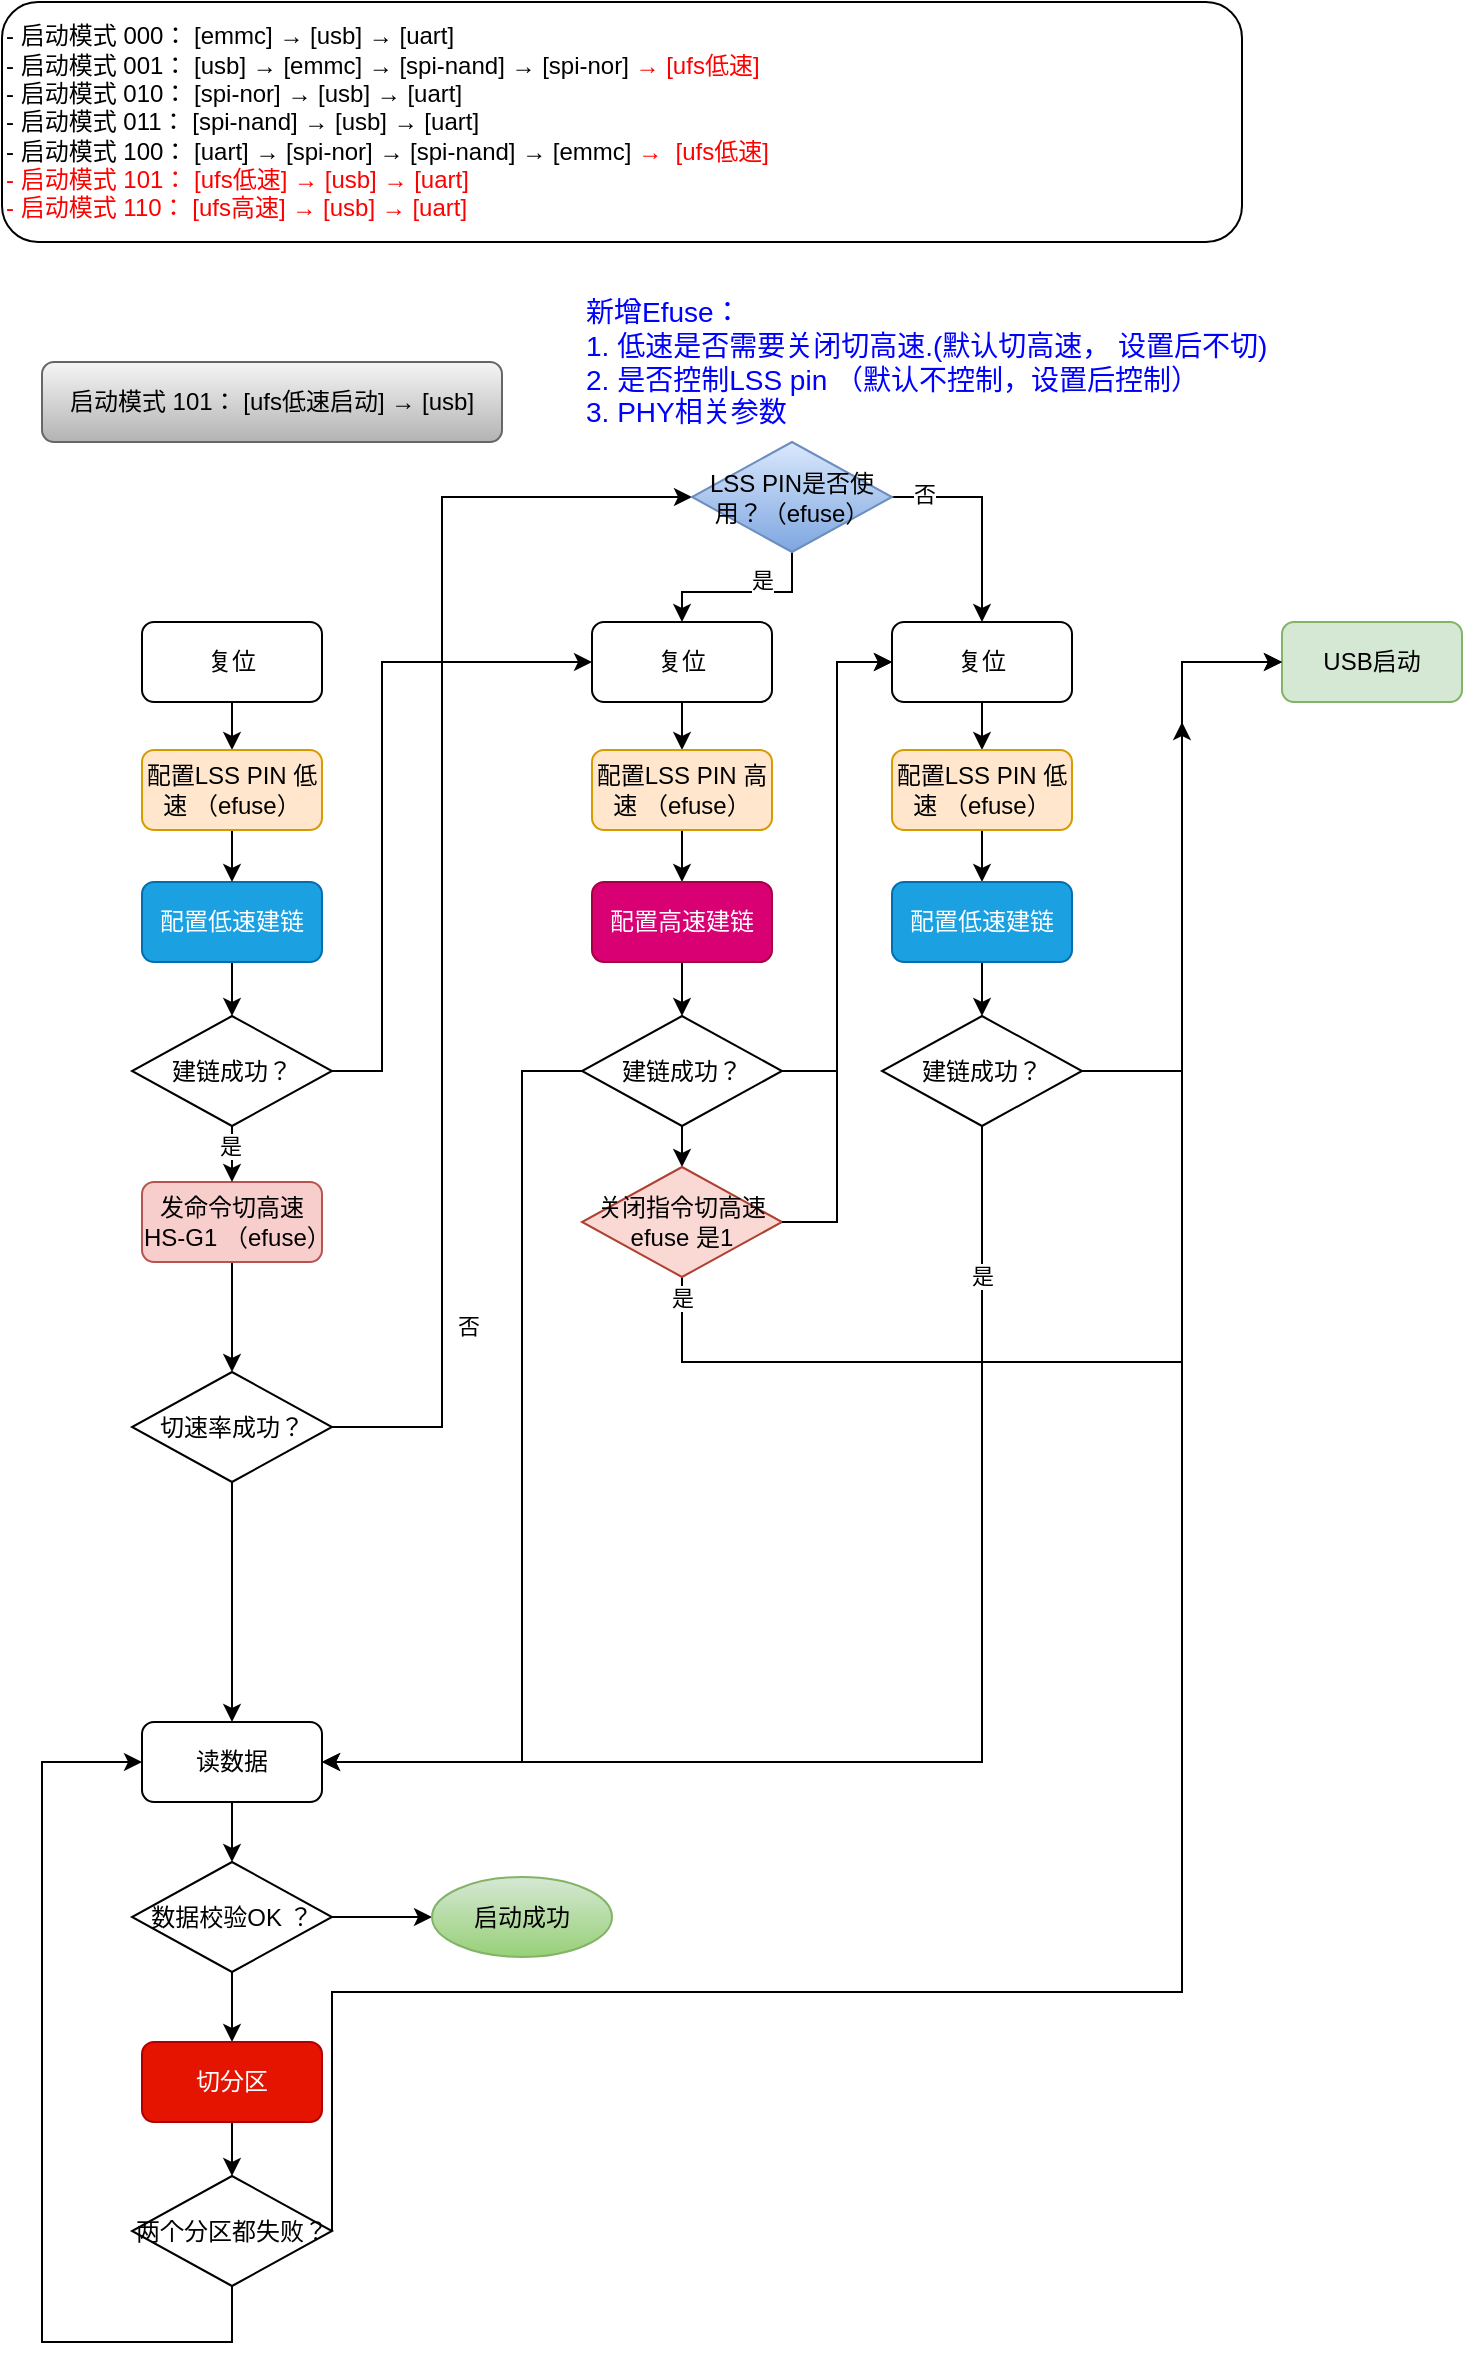
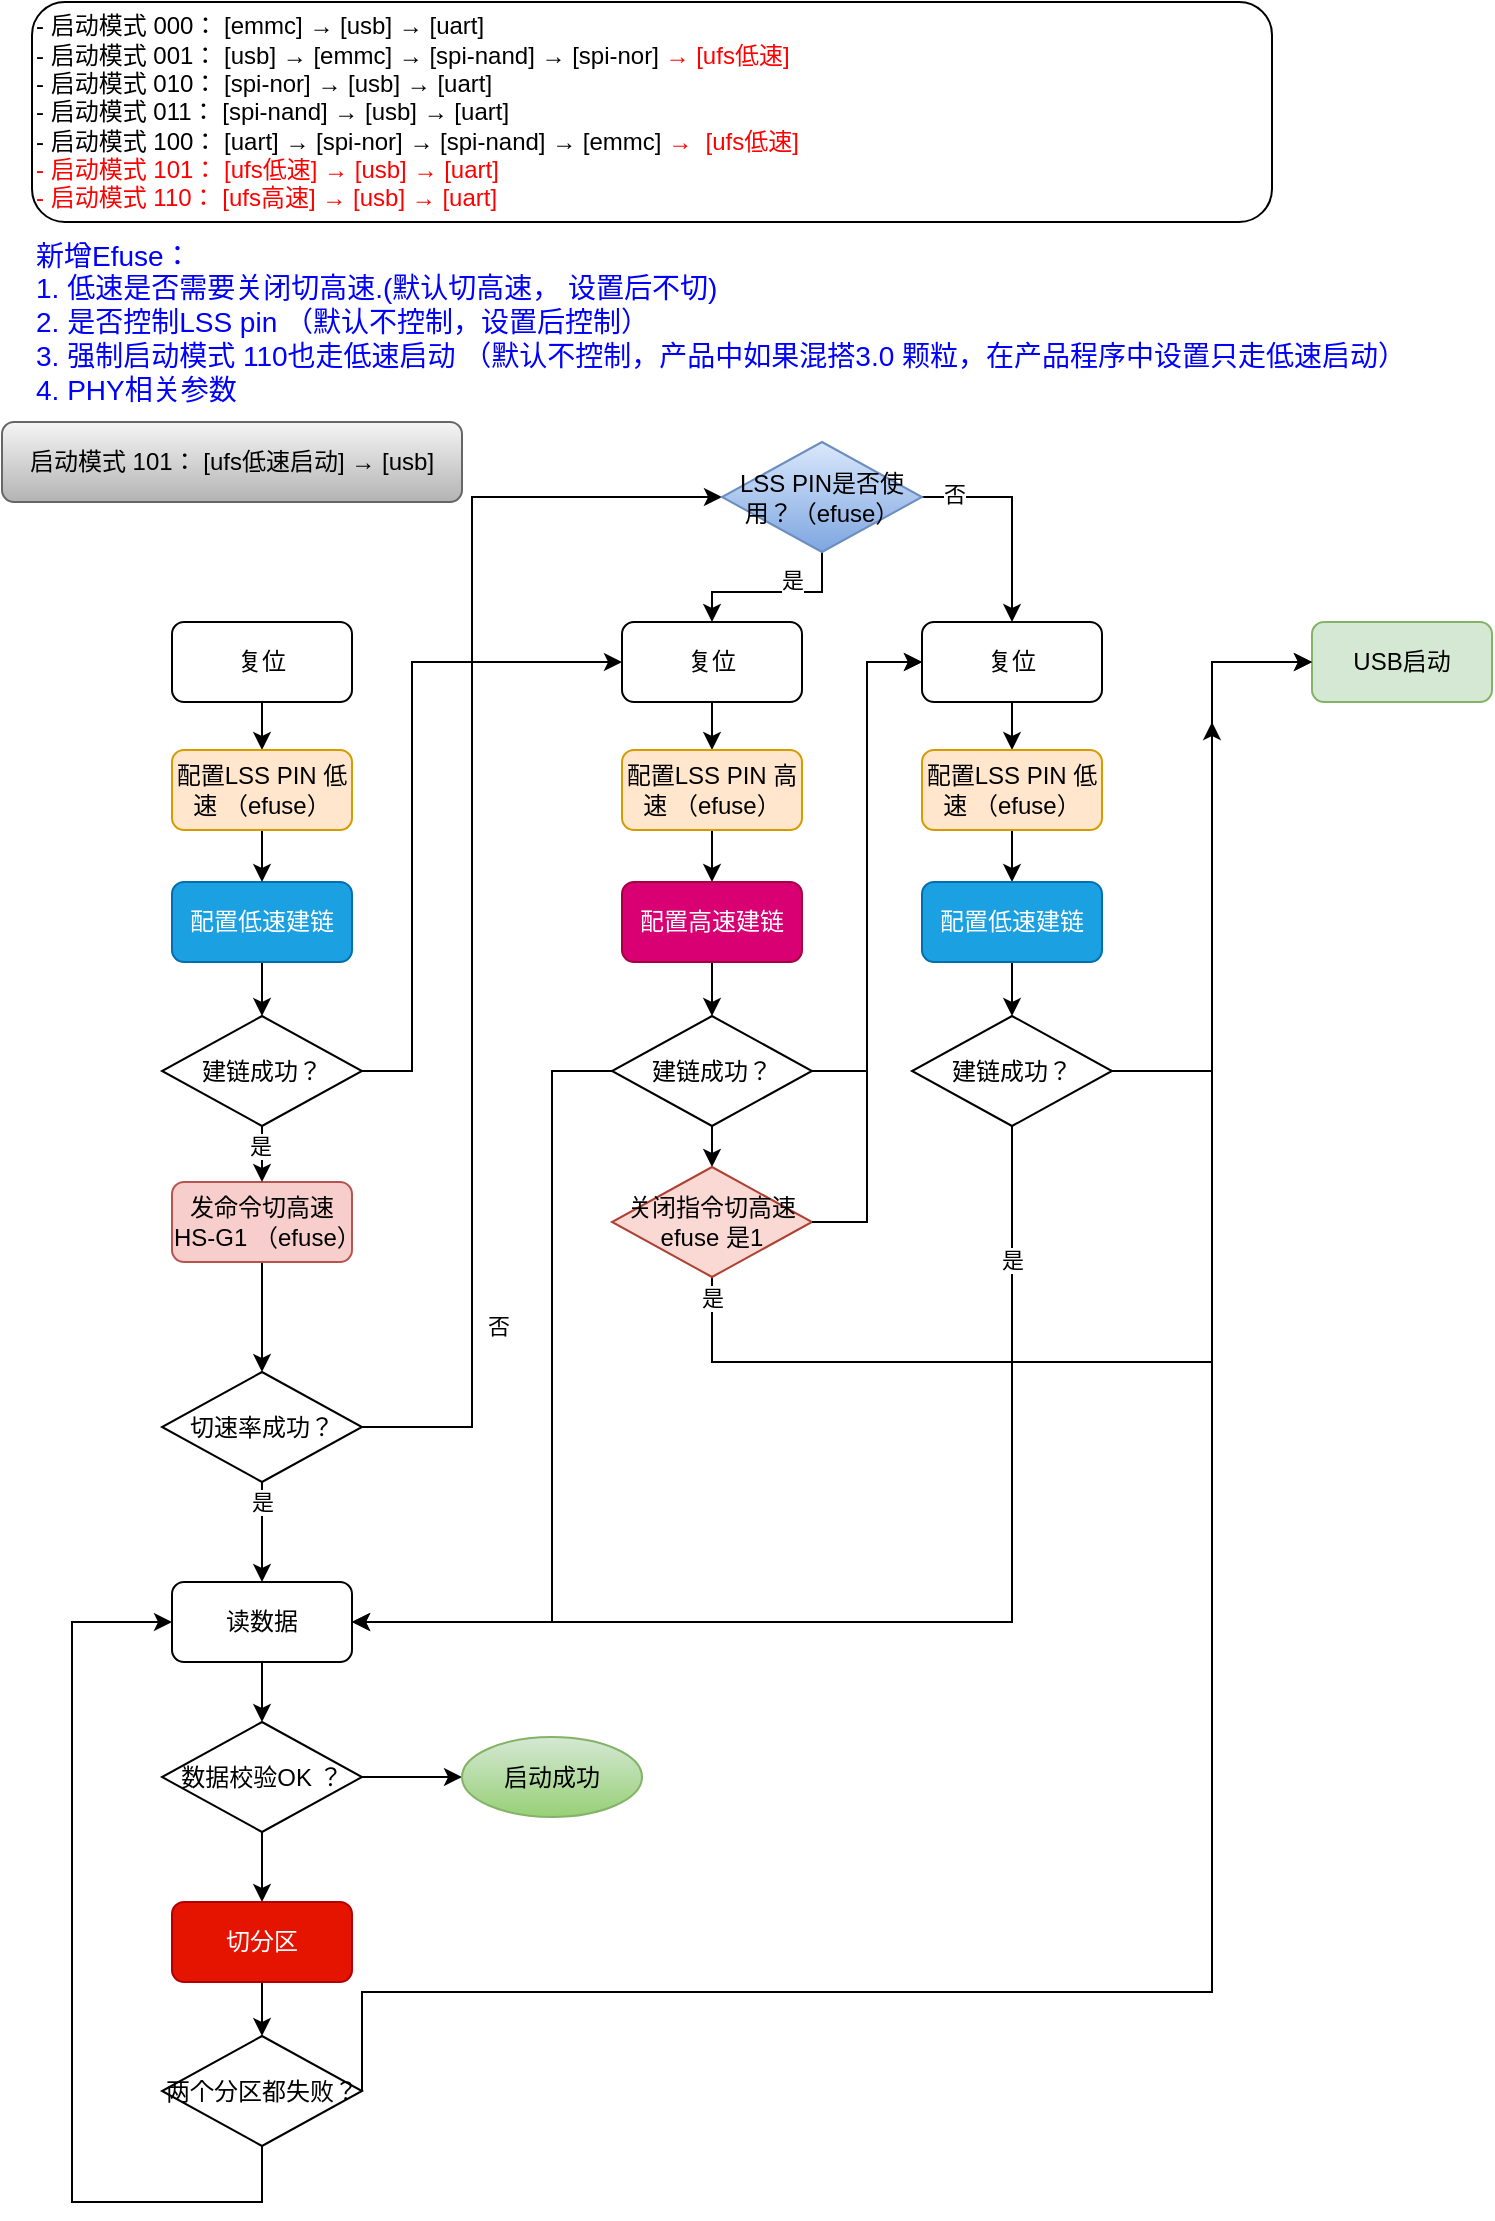
<mxfile host="app.diagrams.net" pages="3">
  <diagram name="第 1 页" id="G7MmgVwn_JN6exUAJ0xq">
    <mxGraphModel dx="1306" dy="677" grid="1" gridSize="10" guides="1" tooltips="1" connect="1" arrows="1" fold="1" page="1" pageScale="1" pageWidth="827" pageHeight="1169" math="0" shadow="0">
      <root>
        <mxCell id="0" />
        <mxCell id="1" parent="0" />
        <mxCell id="rA-qTAb89klGYPX6EJBB-1" parent="1" style="rounded=1;whiteSpace=wrap;html=1;align=left;" value="&lt;div&gt;-&amp;nbsp;&lt;span style=&quot;background-color: transparent; color: light-dark(rgb(0, 0, 0), rgb(255, 255, 255));&quot;&gt;启动模式&amp;nbsp;&lt;/span&gt;&lt;span style=&quot;background-color: transparent; color: light-dark(rgb(0, 0, 0), rgb(255, 255, 255));&quot;&gt;000： [emmc] → [usb] → [uart]&lt;/span&gt;&lt;/div&gt;&lt;div&gt;- 启动模式 001： [usb] → [emmc] → [spi-nand] → [spi-nor]&amp;nbsp;&lt;span style=&quot;background-color: transparent;&quot;&gt;&lt;font style=&quot;color: light-dark(rgb(255, 0, 0), rgb(255, 255, 255));&quot;&gt;→ [ufs低速]&lt;/font&gt;&lt;/span&gt;&lt;span style=&quot;background-color: transparent; color: light-dark(rgb(0, 0, 0), rgb(255, 255, 255));&quot;&gt;&amp;nbsp;&lt;/span&gt;&lt;span style=&quot;background-color: transparent; color: light-dark(rgb(0, 0, 0), rgb(255, 255, 255));&quot;&gt;&amp;nbsp;&lt;/span&gt;&lt;/div&gt;&lt;div&gt;- 启动模式 010： [spi-nor] → [usb] → [uart]&lt;/div&gt;&lt;div&gt;- 启动模式 011： [spi-nand] → [usb] → [uart]&lt;/div&gt;&lt;div&gt;- 启动模式 100： [uart] → [spi-nor] → [spi-nand] → [emmc]&amp;nbsp;&lt;font style=&quot;color: light-dark(rgb(255, 0, 0), rgb(255, 255, 255));&quot;&gt;&lt;span style=&quot;background-color: transparent;&quot;&gt;→&lt;/span&gt;&lt;span style=&quot;background-color: transparent;&quot;&gt;&amp;nbsp;&lt;/span&gt;&lt;span style=&quot;background-color: transparent;&quot;&gt;&amp;nbsp;&lt;/span&gt;&lt;span style=&quot;background-color: transparent;&quot;&gt;[ufs低速]&lt;/span&gt;&lt;/font&gt;&lt;span style=&quot;background-color: transparent; color: light-dark(rgb(0, 0, 0), rgb(255, 255, 255));&quot;&gt;&amp;nbsp;&lt;/span&gt;&lt;/div&gt;&lt;div&gt;&lt;font style=&quot;color: light-dark(rgb(255, 0, 0), rgb(255, 255, 255));&quot;&gt;- 启动模式 101： [ufs低速] &lt;span style=&quot;background-color: transparent;&quot;&gt;→&amp;nbsp;&lt;/span&gt;&lt;span style=&quot;background-color: transparent;&quot;&gt;[usb]&lt;/span&gt;&lt;span style=&quot;background-color: transparent;&quot;&gt; &lt;/span&gt;&lt;span style=&quot;background-color: transparent;&quot;&gt;→ [uart]&lt;/span&gt;&lt;/font&gt;&lt;/div&gt;&lt;div&gt;&lt;font style=&quot;color: light-dark(rgb(255, 0, 0), rgb(255, 255, 255));&quot;&gt;- 启动模式 110：&amp;nbsp;&lt;span style=&quot;background-color: transparent;&quot;&gt;[ufs高速]&lt;/span&gt;&lt;span style=&quot;background-color: transparent;&quot;&gt; &lt;/span&gt;&lt;span style=&quot;background-color: transparent;&quot;&gt;→ &lt;/span&gt;&lt;span style=&quot;background-color: transparent;&quot;&gt;[usb]&lt;/span&gt;&lt;span style=&quot;background-color: transparent;&quot;&gt; &lt;/span&gt;&lt;span style=&quot;background-color: transparent;&quot;&gt;→ [uart]&lt;/span&gt;&lt;/font&gt;&lt;/div&gt;" vertex="1">
-           <mxGeometry height="120" width="620" x="90" y="10" as="geometry" />
-         </mxCell>
-         <mxCell id="NB0EyB8uGB_RDp4CUSld-2" parent="1" style="text;html=1;whiteSpace=wrap;strokeColor=none;fillColor=none;align=left;verticalAlign=middle;rounded=0;fontColor=#0000FF;fontSize=14;" value="新增Efuse：&lt;div&gt;1. 低速是否需要关闭切高速.(默认切高速， 设置后不切)&lt;/div&gt;&lt;div&gt;2. 是否控制LSS pin （默认不控制，设置后控制）&lt;/div&gt;&lt;div&gt;3. PHY相关参数&lt;/div&gt;" vertex="1">
-           <mxGeometry height="80" width="374" x="380" y="150" as="geometry" />
+           <mxGeometry height="110" width="620" x="90" y="10" as="geometry" />
+         </mxCell>
+         <mxCell id="NB0EyB8uGB_RDp4CUSld-2" parent="1" style="text;html=1;whiteSpace=wrap;strokeColor=none;fillColor=none;align=left;verticalAlign=middle;rounded=0;fontColor=#0000FF;fontSize=14;" value="新增Efuse：&lt;div&gt;1. 低速是否需要关闭切高速.(默认切高速， 设置后不切)&lt;/div&gt;&lt;div&gt;2. 是否控制LSS pin （默认不控制，设置后控制）&lt;/div&gt;&lt;div&gt;3. 强制启动模式 110也走低速启动 （默认不控制，产品中如果混搭3.0 颗粒，在产品程序中设置只走低速启动）&lt;/div&gt;&lt;div&gt;4. PHY相关参数&lt;/div&gt;" vertex="1">
+           <mxGeometry height="80" width="695" x="90" y="130" as="geometry" />
        </mxCell>
        <mxCell id="NB0EyB8uGB_RDp4CUSld-23" edge="1" parent="1" source="NB0EyB8uGB_RDp4CUSld-5" style="edgeStyle=orthogonalEdgeStyle;rounded=0;orthogonalLoop=1;jettySize=auto;html=1;exitX=0.5;exitY=1;exitDx=0;exitDy=0;entryX=0.5;entryY=0;entryDx=0;entryDy=0;" target="NB0EyB8uGB_RDp4CUSld-7">
          <mxGeometry relative="1" as="geometry" />
        </mxCell>
        <mxCell id="NB0EyB8uGB_RDp4CUSld-5" parent="1" style="rounded=1;whiteSpace=wrap;html=1;" value="复位" vertex="1">
          <mxGeometry height="40" width="90" x="160" y="320" as="geometry" />
        </mxCell>
        <mxCell id="NB0EyB8uGB_RDp4CUSld-25" edge="1" parent="1" source="NB0EyB8uGB_RDp4CUSld-6" style="edgeStyle=orthogonalEdgeStyle;rounded=0;orthogonalLoop=1;jettySize=auto;html=1;exitX=0.5;exitY=1;exitDx=0;exitDy=0;entryX=0.5;entryY=0;entryDx=0;entryDy=0;" target="NB0EyB8uGB_RDp4CUSld-9">
          <mxGeometry relative="1" as="geometry" />
        </mxCell>
        <mxCell id="NB0EyB8uGB_RDp4CUSld-6" parent="1" style="rounded=1;whiteSpace=wrap;html=1;fillColor=#1ba1e2;fontColor=#ffffff;strokeColor=#006EAF;" value="配置低速建链" vertex="1">
          <mxGeometry height="40" width="90" x="160" y="450" as="geometry" />
        </mxCell>
        <mxCell id="NB0EyB8uGB_RDp4CUSld-24" edge="1" parent="1" source="NB0EyB8uGB_RDp4CUSld-7" style="edgeStyle=orthogonalEdgeStyle;rounded=0;orthogonalLoop=1;jettySize=auto;html=1;exitX=0.5;exitY=1;exitDx=0;exitDy=0;entryX=0.5;entryY=0;entryDx=0;entryDy=0;" target="NB0EyB8uGB_RDp4CUSld-6">
          <mxGeometry relative="1" as="geometry">
            <mxPoint x="205" y="444" as="targetPoint" />
          </mxGeometry>
        </mxCell>
        <mxCell id="NB0EyB8uGB_RDp4CUSld-7" parent="1" style="rounded=1;whiteSpace=wrap;html=1;fillColor=#ffe6cc;strokeColor=#d79b00;" value="配置LSS PIN 低速 （efuse）" vertex="1">
          <mxGeometry height="40" width="90" x="160" y="384" as="geometry" />
        </mxCell>
        <mxCell id="nlYxO6ynGPBAqDfEtOoi-11" edge="1" parent="1" source="NB0EyB8uGB_RDp4CUSld-8" style="edgeStyle=orthogonalEdgeStyle;rounded=0;orthogonalLoop=1;jettySize=auto;html=1;exitX=0.5;exitY=1;exitDx=0;exitDy=0;entryX=0.5;entryY=0;entryDx=0;entryDy=0;" target="NB0EyB8uGB_RDp4CUSld-17">
          <mxGeometry relative="1" as="geometry" />
        </mxCell>
        <mxCell id="NB0EyB8uGB_RDp4CUSld-8" parent="1" style="rounded=1;whiteSpace=wrap;html=1;fillColor=#f8cecc;strokeColor=#b85450;" value="发命令切高速 HS-G1 （efuse）" vertex="1">
          <mxGeometry height="40" width="90" x="160" y="600" as="geometry" />
        </mxCell>
        <mxCell id="NB0EyB8uGB_RDp4CUSld-26" edge="1" parent="1" source="NB0EyB8uGB_RDp4CUSld-9" style="edgeStyle=orthogonalEdgeStyle;rounded=0;orthogonalLoop=1;jettySize=auto;html=1;exitX=0.5;exitY=1;exitDx=0;exitDy=0;" target="NB0EyB8uGB_RDp4CUSld-8">
          <mxGeometry relative="1" as="geometry" />
        </mxCell>
        <mxCell id="KlgkcFlpm4Ags5-VuJH5-14" connectable="0" parent="NB0EyB8uGB_RDp4CUSld-26" style="edgeLabel;html=1;align=center;verticalAlign=middle;resizable=0;points=[];" value="是" vertex="1">
          <mxGeometry relative="1" x="0.2946" y="-1" as="geometry">
            <mxPoint as="offset" />
          </mxGeometry>
        </mxCell>
        <mxCell id="KlgkcFlpm4Ags5-VuJH5-1" edge="1" parent="1" source="NB0EyB8uGB_RDp4CUSld-9" style="edgeStyle=orthogonalEdgeStyle;rounded=0;orthogonalLoop=1;jettySize=auto;html=1;exitX=1;exitY=0.5;exitDx=0;exitDy=0;entryX=0;entryY=0.5;entryDx=0;entryDy=0;" target="NB0EyB8uGB_RDp4CUSld-11">
          <mxGeometry relative="1" as="geometry">
            <Array as="points">
              <mxPoint x="280" y="544" />
              <mxPoint x="280" y="340" />
            </Array>
          </mxGeometry>
        </mxCell>
        <mxCell id="NB0EyB8uGB_RDp4CUSld-9" parent="1" style="rhombus;whiteSpace=wrap;html=1;" value="建链成功？" vertex="1">
          <mxGeometry height="55" width="100" x="155" y="517" as="geometry" />
        </mxCell>
        <mxCell id="NB0EyB8uGB_RDp4CUSld-10" parent="1" style="rounded=1;whiteSpace=wrap;html=1;fillColor=#f5f5f5;gradientColor=#b3b3b3;strokeColor=#666666;" value="&lt;span style=&quot;text-align: left;&quot;&gt;启动模式 101： [ufs低速启动] &lt;/span&gt;&lt;span style=&quot;color: light-dark(rgb(0, 0, 0), rgb(255, 255, 255)); text-align: left; background-color: transparent;&quot;&gt;→ &lt;/span&gt;&lt;span style=&quot;color: light-dark(rgb(0, 0, 0), rgb(255, 255, 255)); text-align: left; background-color: transparent;&quot;&gt;[usb]&lt;/span&gt;" vertex="1">
-           <mxGeometry height="40" width="230" x="110" y="190" as="geometry" />
+           <mxGeometry height="40" width="230" x="75" y="220" as="geometry" />
        </mxCell>
        <mxCell id="NB0EyB8uGB_RDp4CUSld-36" edge="1" parent="1" source="NB0EyB8uGB_RDp4CUSld-11" style="edgeStyle=orthogonalEdgeStyle;rounded=0;orthogonalLoop=1;jettySize=auto;html=1;exitX=0.5;exitY=1;exitDx=0;exitDy=0;entryX=0.5;entryY=0;entryDx=0;entryDy=0;" target="NB0EyB8uGB_RDp4CUSld-12">
          <mxGeometry relative="1" as="geometry" />
        </mxCell>
        <mxCell id="NB0EyB8uGB_RDp4CUSld-11" parent="1" style="rounded=1;whiteSpace=wrap;html=1;" value="复位" vertex="1">
          <mxGeometry height="40" width="90" x="385" y="320" as="geometry" />
        </mxCell>
        <mxCell id="NB0EyB8uGB_RDp4CUSld-37" edge="1" parent="1" source="NB0EyB8uGB_RDp4CUSld-12" style="edgeStyle=orthogonalEdgeStyle;rounded=0;orthogonalLoop=1;jettySize=auto;html=1;exitX=0.5;exitY=1;exitDx=0;exitDy=0;entryX=0.5;entryY=0;entryDx=0;entryDy=0;" target="NB0EyB8uGB_RDp4CUSld-13">
          <mxGeometry relative="1" as="geometry" />
        </mxCell>
        <mxCell id="NB0EyB8uGB_RDp4CUSld-12" parent="1" style="rounded=1;whiteSpace=wrap;html=1;fillColor=#ffe6cc;strokeColor=#d79b00;" value="配置LSS PIN 高速 （efuse）" vertex="1">
          <mxGeometry height="40" width="90" x="385" y="384" as="geometry" />
        </mxCell>
        <mxCell id="NB0EyB8uGB_RDp4CUSld-38" edge="1" parent="1" source="NB0EyB8uGB_RDp4CUSld-13" style="edgeStyle=orthogonalEdgeStyle;rounded=0;orthogonalLoop=1;jettySize=auto;html=1;exitX=0.5;exitY=1;exitDx=0;exitDy=0;entryX=0.5;entryY=0;entryDx=0;entryDy=0;" target="NB0EyB8uGB_RDp4CUSld-31">
          <mxGeometry relative="1" as="geometry" />
        </mxCell>
        <mxCell id="NB0EyB8uGB_RDp4CUSld-13" parent="1" style="rounded=1;whiteSpace=wrap;html=1;fillColor=#d80073;fontColor=#ffffff;strokeColor=#A50040;" value="配置高速建链" vertex="1">
          <mxGeometry height="40" width="90" x="385" y="450" as="geometry" />
        </mxCell>
        <mxCell id="nlYxO6ynGPBAqDfEtOoi-6" edge="1" parent="1" source="NB0EyB8uGB_RDp4CUSld-17" style="edgeStyle=orthogonalEdgeStyle;rounded=0;orthogonalLoop=1;jettySize=auto;html=1;exitX=1;exitY=0.5;exitDx=0;exitDy=0;entryX=0;entryY=0.5;entryDx=0;entryDy=0;" target="nlYxO6ynGPBAqDfEtOoi-10">
          <mxGeometry relative="1" as="geometry">
            <Array as="points">
              <mxPoint x="310" y="722" />
              <mxPoint x="310" y="258" />
            </Array>
            <mxPoint x="130" y="723" as="sourcePoint" />
            <mxPoint x="150" y="723" as="targetPoint" />
          </mxGeometry>
        </mxCell>
        <mxCell id="nlYxO6ynGPBAqDfEtOoi-9" connectable="0" parent="nlYxO6ynGPBAqDfEtOoi-6" style="edgeLabel;html=1;align=center;verticalAlign=middle;resizable=0;points=[];" value="否" vertex="1">
          <mxGeometry relative="1" x="-0.6713" as="geometry">
            <mxPoint x="13" as="offset" />
          </mxGeometry>
        </mxCell>
        <mxCell id="nlYxO6ynGPBAqDfEtOoi-8" edge="1" parent="1" source="NB0EyB8uGB_RDp4CUSld-17" style="edgeStyle=orthogonalEdgeStyle;rounded=0;orthogonalLoop=1;jettySize=auto;html=1;exitX=0.5;exitY=1;exitDx=0;exitDy=0;entryX=0.5;entryY=0;entryDx=0;entryDy=0;" target="NB0EyB8uGB_RDp4CUSld-18">
          <mxGeometry relative="1" as="geometry" />
        </mxCell>
+         <mxCell id="Z7nybjEb23sUcgY__4wY-1" connectable="0" parent="nlYxO6ynGPBAqDfEtOoi-8" style="edgeLabel;html=1;align=center;verticalAlign=middle;resizable=0;points=[];" value="是" vertex="1">
+           <mxGeometry relative="1" x="-0.5905" as="geometry">
+             <mxPoint as="offset" />
+           </mxGeometry>
+         </mxCell>
        <mxCell id="NB0EyB8uGB_RDp4CUSld-17" parent="1" style="rhombus;whiteSpace=wrap;html=1;" value="切速率成功？" vertex="1">
          <mxGeometry height="55" width="100" x="155" y="695" as="geometry" />
        </mxCell>
        <mxCell id="NB0EyB8uGB_RDp4CUSld-29" edge="1" parent="1" source="NB0EyB8uGB_RDp4CUSld-18" style="edgeStyle=orthogonalEdgeStyle;rounded=0;orthogonalLoop=1;jettySize=auto;html=1;exitX=0.5;exitY=1;exitDx=0;exitDy=0;entryX=0.5;entryY=0;entryDx=0;entryDy=0;" target="NB0EyB8uGB_RDp4CUSld-20">
          <mxGeometry relative="1" as="geometry" />
        </mxCell>
        <mxCell id="NB0EyB8uGB_RDp4CUSld-18" parent="1" style="rounded=1;whiteSpace=wrap;html=1;" value="读数据" vertex="1">
-           <mxGeometry height="40" width="90" x="160" y="870" as="geometry" />
+           <mxGeometry height="40" width="90" x="160" y="800" as="geometry" />
        </mxCell>
        <mxCell id="NB0EyB8uGB_RDp4CUSld-30" edge="1" parent="1" source="NB0EyB8uGB_RDp4CUSld-20" style="edgeStyle=orthogonalEdgeStyle;rounded=0;orthogonalLoop=1;jettySize=auto;html=1;exitX=0.5;exitY=1;exitDx=0;exitDy=0;entryX=0.5;entryY=0;entryDx=0;entryDy=0;" target="NB0EyB8uGB_RDp4CUSld-21">
          <mxGeometry relative="1" as="geometry" />
        </mxCell>
        <mxCell id="Vg5q-0XLda4XJRTYY7xd-2" edge="1" parent="1" source="NB0EyB8uGB_RDp4CUSld-20" style="edgeStyle=orthogonalEdgeStyle;rounded=0;orthogonalLoop=1;jettySize=auto;html=1;exitX=1;exitY=0.5;exitDx=0;exitDy=0;entryX=0;entryY=0.5;entryDx=0;entryDy=0;" target="Vg5q-0XLda4XJRTYY7xd-1">
          <mxGeometry relative="1" as="geometry" />
        </mxCell>
        <mxCell id="NB0EyB8uGB_RDp4CUSld-20" parent="1" style="rhombus;whiteSpace=wrap;html=1;" value="数据校验OK ？" vertex="1">
-           <mxGeometry height="55" width="100" x="155" y="940" as="geometry" />
+           <mxGeometry height="55" width="100" x="155" y="870" as="geometry" />
        </mxCell>
        <mxCell id="NB0EyB8uGB_RDp4CUSld-22" edge="1" parent="1" source="KlgkcFlpm4Ags5-VuJH5-11" style="edgeStyle=orthogonalEdgeStyle;rounded=0;orthogonalLoop=1;jettySize=auto;html=1;exitX=0.5;exitY=1;exitDx=0;exitDy=0;entryX=0;entryY=0.5;entryDx=0;entryDy=0;" target="NB0EyB8uGB_RDp4CUSld-18">
          <mxGeometry relative="1" as="geometry">
            <Array as="points">
-               <mxPoint x="205" y="1180" />
-               <mxPoint x="110" y="1180" />
-               <mxPoint x="110" y="890" />
+               <mxPoint x="205" y="1110" />
+               <mxPoint x="110" y="1110" />
+               <mxPoint x="110" y="820" />
            </Array>
          </mxGeometry>
        </mxCell>
        <mxCell id="KlgkcFlpm4Ags5-VuJH5-12" edge="1" parent="1" source="NB0EyB8uGB_RDp4CUSld-21" style="edgeStyle=orthogonalEdgeStyle;rounded=0;orthogonalLoop=1;jettySize=auto;html=1;exitX=0.5;exitY=1;exitDx=0;exitDy=0;entryX=0.5;entryY=0;entryDx=0;entryDy=0;" target="KlgkcFlpm4Ags5-VuJH5-11">
          <mxGeometry relative="1" as="geometry" />
        </mxCell>
        <mxCell id="NB0EyB8uGB_RDp4CUSld-21" parent="1" style="rounded=1;whiteSpace=wrap;html=1;fillColor=#e51400;fontColor=#ffffff;strokeColor=#B20000;" value="切分区" vertex="1">
-           <mxGeometry height="40" width="90" x="160" y="1030" as="geometry" />
+           <mxGeometry height="40" width="90" x="160" y="960" as="geometry" />
        </mxCell>
        <mxCell id="KlgkcFlpm4Ags5-VuJH5-8" edge="1" parent="1" source="NB0EyB8uGB_RDp4CUSld-31" style="edgeStyle=orthogonalEdgeStyle;rounded=0;orthogonalLoop=1;jettySize=auto;html=1;exitX=1;exitY=0.5;exitDx=0;exitDy=0;entryX=0;entryY=0.5;entryDx=0;entryDy=0;" target="NB0EyB8uGB_RDp4CUSld-42">
          <mxGeometry relative="1" as="geometry" />
        </mxCell>
        <mxCell id="Vg5q-0XLda4XJRTYY7xd-7" edge="1" parent="1" source="NB0EyB8uGB_RDp4CUSld-31" style="edgeStyle=orthogonalEdgeStyle;rounded=0;orthogonalLoop=1;jettySize=auto;html=1;exitX=0;exitY=0.5;exitDx=0;exitDy=0;">
          <mxGeometry relative="1" as="geometry">
            <Array as="points">
              <mxPoint x="350" y="545" />
-               <mxPoint x="350" y="890" />
-             </Array>
-             <mxPoint x="250" y="890" as="targetPoint" />
+               <mxPoint x="350" y="820" />
+               <mxPoint x="250" y="820" />
+             </Array>
+             <mxPoint x="250" y="820" as="targetPoint" />
          </mxGeometry>
        </mxCell>
        <mxCell id="Vg5q-0XLda4XJRTYY7xd-8" edge="1" parent="1" source="NB0EyB8uGB_RDp4CUSld-31" style="edgeStyle=orthogonalEdgeStyle;rounded=0;orthogonalLoop=1;jettySize=auto;html=1;exitX=0.5;exitY=1;exitDx=0;exitDy=0;entryX=0.5;entryY=0;entryDx=0;entryDy=0;" target="Vg5q-0XLda4XJRTYY7xd-3">
          <mxGeometry relative="1" as="geometry" />
        </mxCell>
        <mxCell id="NB0EyB8uGB_RDp4CUSld-31" parent="1" style="rhombus;whiteSpace=wrap;html=1;" value="建链成功？" vertex="1">
          <mxGeometry height="55" width="100" x="380" y="517" as="geometry" />
        </mxCell>
        <mxCell id="KlgkcFlpm4Ags5-VuJH5-5" edge="1" parent="1" source="NB0EyB8uGB_RDp4CUSld-42" style="edgeStyle=orthogonalEdgeStyle;rounded=0;orthogonalLoop=1;jettySize=auto;html=1;exitX=0.5;exitY=1;exitDx=0;exitDy=0;entryX=0.5;entryY=0;entryDx=0;entryDy=0;" target="NB0EyB8uGB_RDp4CUSld-43">
          <mxGeometry relative="1" as="geometry" />
        </mxCell>
        <mxCell id="NB0EyB8uGB_RDp4CUSld-42" parent="1" style="rounded=1;whiteSpace=wrap;html=1;" value="复位" vertex="1">
          <mxGeometry height="40" width="90" x="535" y="320" as="geometry" />
        </mxCell>
        <mxCell id="KlgkcFlpm4Ags5-VuJH5-6" edge="1" parent="1" source="NB0EyB8uGB_RDp4CUSld-43" style="edgeStyle=orthogonalEdgeStyle;rounded=0;orthogonalLoop=1;jettySize=auto;html=1;exitX=0.5;exitY=1;exitDx=0;exitDy=0;entryX=0.5;entryY=0;entryDx=0;entryDy=0;" target="NB0EyB8uGB_RDp4CUSld-44">
          <mxGeometry relative="1" as="geometry" />
        </mxCell>
        <mxCell id="NB0EyB8uGB_RDp4CUSld-43" parent="1" style="rounded=1;whiteSpace=wrap;html=1;fillColor=#ffe6cc;strokeColor=#d79b00;" value="配置LSS PIN 低速 （efuse）" vertex="1">
          <mxGeometry height="40" width="90" x="535" y="384" as="geometry" />
        </mxCell>
        <mxCell id="KlgkcFlpm4Ags5-VuJH5-7" edge="1" parent="1" source="NB0EyB8uGB_RDp4CUSld-44" style="edgeStyle=orthogonalEdgeStyle;rounded=0;orthogonalLoop=1;jettySize=auto;html=1;exitX=0.5;exitY=1;exitDx=0;exitDy=0;entryX=0.5;entryY=0;entryDx=0;entryDy=0;" target="NB0EyB8uGB_RDp4CUSld-45">
          <mxGeometry relative="1" as="geometry" />
        </mxCell>
        <mxCell id="NB0EyB8uGB_RDp4CUSld-44" parent="1" style="rounded=1;whiteSpace=wrap;html=1;fillColor=#1ba1e2;fontColor=#ffffff;strokeColor=#006EAF;" value="配置低速建链" vertex="1">
          <mxGeometry height="40" width="90" x="535" y="450" as="geometry" />
        </mxCell>
        <mxCell id="KlgkcFlpm4Ags5-VuJH5-4" edge="1" parent="1" source="NB0EyB8uGB_RDp4CUSld-45" style="edgeStyle=orthogonalEdgeStyle;rounded=0;orthogonalLoop=1;jettySize=auto;html=1;exitX=0.5;exitY=1;exitDx=0;exitDy=0;entryX=1;entryY=0.5;entryDx=0;entryDy=0;" target="NB0EyB8uGB_RDp4CUSld-18">
          <mxGeometry relative="1" as="geometry">
            <Array as="points">
-               <mxPoint x="580" y="890" />
+               <mxPoint x="580" y="820" />
            </Array>
            <mxPoint x="250" y="770" as="targetPoint" />
          </mxGeometry>
        </mxCell>
        <mxCell id="KlgkcFlpm4Ags5-VuJH5-18" connectable="0" parent="KlgkcFlpm4Ags5-VuJH5-4" style="edgeLabel;html=1;align=center;verticalAlign=middle;resizable=0;points=[];" value="是" vertex="1">
          <mxGeometry relative="1" x="-0.7697" as="geometry">
            <mxPoint as="offset" />
          </mxGeometry>
        </mxCell>
        <mxCell id="KlgkcFlpm4Ags5-VuJH5-19" edge="1" parent="1" source="NB0EyB8uGB_RDp4CUSld-45" style="edgeStyle=orthogonalEdgeStyle;rounded=0;orthogonalLoop=1;jettySize=auto;html=1;exitX=1;exitY=0.5;exitDx=0;exitDy=0;">
          <mxGeometry relative="1" as="geometry">
            <Array as="points">
              <mxPoint x="680" y="544" />
              <mxPoint x="680" y="380" />
            </Array>
            <mxPoint x="680" y="370" as="targetPoint" />
          </mxGeometry>
        </mxCell>
        <mxCell id="NB0EyB8uGB_RDp4CUSld-45" parent="1" style="rhombus;whiteSpace=wrap;html=1;" value="建链成功？" vertex="1">
          <mxGeometry height="55" width="100" x="530" y="517" as="geometry" />
        </mxCell>
        <mxCell id="KlgkcFlpm4Ags5-VuJH5-9" parent="1" style="rounded=1;whiteSpace=wrap;html=1;fillColor=#d5e8d4;strokeColor=#82b366;" value="USB启动" vertex="1">
          <mxGeometry height="40" width="90" x="730" y="320" as="geometry" />
        </mxCell>
        <mxCell id="KlgkcFlpm4Ags5-VuJH5-13" edge="1" parent="1" source="KlgkcFlpm4Ags5-VuJH5-11" style="edgeStyle=orthogonalEdgeStyle;rounded=0;orthogonalLoop=1;jettySize=auto;html=1;exitX=1;exitY=0.5;exitDx=0;exitDy=0;entryX=0;entryY=0.5;entryDx=0;entryDy=0;" target="KlgkcFlpm4Ags5-VuJH5-9">
          <mxGeometry relative="1" as="geometry">
            <Array as="points">
              <mxPoint x="255" y="1005" />
              <mxPoint x="680" y="1005" />
              <mxPoint x="680" y="340" />
            </Array>
          </mxGeometry>
        </mxCell>
        <mxCell id="KlgkcFlpm4Ags5-VuJH5-11" parent="1" style="rhombus;whiteSpace=wrap;html=1;" value="两个分区都失败？" vertex="1">
-           <mxGeometry height="55" width="100" x="155" y="1097" as="geometry" />
+           <mxGeometry height="55" width="100" x="155" y="1027" as="geometry" />
        </mxCell>
        <mxCell id="Vg5q-0XLda4XJRTYY7xd-1" parent="1" style="ellipse;whiteSpace=wrap;html=1;fillColor=#d5e8d4;gradientColor=#97d077;strokeColor=#82b366;" value="启动成功" vertex="1">
-           <mxGeometry height="40" width="90" x="305" y="947.5" as="geometry" />
+           <mxGeometry height="40" width="90" x="305" y="877.5" as="geometry" />
        </mxCell>
        <mxCell id="Vg5q-0XLda4XJRTYY7xd-10" edge="1" parent="1" source="Vg5q-0XLda4XJRTYY7xd-3" style="edgeStyle=orthogonalEdgeStyle;rounded=0;orthogonalLoop=1;jettySize=auto;html=1;exitX=0.5;exitY=1;exitDx=0;exitDy=0;entryX=0;entryY=0.5;entryDx=0;entryDy=0;" target="KlgkcFlpm4Ags5-VuJH5-9">
          <mxGeometry relative="1" as="geometry">
            <Array as="points">
              <mxPoint x="430" y="690" />
              <mxPoint x="680" y="690" />
              <mxPoint x="680" y="340" />
            </Array>
          </mxGeometry>
        </mxCell>
        <mxCell id="Vg5q-0XLda4XJRTYY7xd-11" connectable="0" parent="Vg5q-0XLda4XJRTYY7xd-10" style="edgeLabel;html=1;align=center;verticalAlign=middle;resizable=0;points=[];" value="是" vertex="1">
          <mxGeometry relative="1" x="-0.9713" as="geometry">
            <mxPoint as="offset" />
          </mxGeometry>
        </mxCell>
        <mxCell id="Vg5q-0XLda4XJRTYY7xd-3" parent="1" style="rhombus;whiteSpace=wrap;html=1;fillColor=#fad9d5;strokeColor=#ae4132;" value="关闭指令切高速&lt;div&gt;efuse 是1&lt;/div&gt;" vertex="1">
          <mxGeometry height="55" width="100" x="380" y="592.5" as="geometry" />
        </mxCell>
        <mxCell id="Vg5q-0XLda4XJRTYY7xd-9" edge="1" parent="1" source="Vg5q-0XLda4XJRTYY7xd-3" style="edgeStyle=orthogonalEdgeStyle;rounded=0;orthogonalLoop=1;jettySize=auto;html=1;exitX=1;exitY=0.5;exitDx=0;exitDy=0;entryX=0;entryY=0.5;entryDx=0;entryDy=0;" target="NB0EyB8uGB_RDp4CUSld-42">
          <mxGeometry relative="1" as="geometry" />
        </mxCell>
        <mxCell id="nlYxO6ynGPBAqDfEtOoi-12" edge="1" parent="1" source="nlYxO6ynGPBAqDfEtOoi-10" style="edgeStyle=orthogonalEdgeStyle;rounded=0;orthogonalLoop=1;jettySize=auto;html=1;exitX=0.5;exitY=1;exitDx=0;exitDy=0;entryX=0.5;entryY=0;entryDx=0;entryDy=0;" target="NB0EyB8uGB_RDp4CUSld-11">
          <mxGeometry relative="1" as="geometry">
            <Array as="points">
              <mxPoint x="485" y="305" />
              <mxPoint x="430" y="305" />
            </Array>
          </mxGeometry>
        </mxCell>
        <mxCell id="nlYxO6ynGPBAqDfEtOoi-15" connectable="0" parent="nlYxO6ynGPBAqDfEtOoi-12" style="edgeLabel;html=1;align=center;verticalAlign=middle;resizable=0;points=[];" value="是" vertex="1">
          <mxGeometry relative="1" x="-0.685" y="-3" as="geometry">
            <mxPoint x="-12" as="offset" />
          </mxGeometry>
        </mxCell>
        <mxCell id="nlYxO6ynGPBAqDfEtOoi-13" edge="1" parent="1" source="nlYxO6ynGPBAqDfEtOoi-10" style="edgeStyle=orthogonalEdgeStyle;rounded=0;orthogonalLoop=1;jettySize=auto;html=1;exitX=1;exitY=0.5;exitDx=0;exitDy=0;entryX=0.5;entryY=0;entryDx=0;entryDy=0;" target="NB0EyB8uGB_RDp4CUSld-42">
          <mxGeometry relative="1" as="geometry" />
        </mxCell>
        <mxCell id="nlYxO6ynGPBAqDfEtOoi-14" connectable="0" parent="nlYxO6ynGPBAqDfEtOoi-13" style="edgeLabel;html=1;align=center;verticalAlign=middle;resizable=0;points=[];" value="否" vertex="1">
          <mxGeometry relative="1" x="-0.7137" y="2" as="geometry">
            <mxPoint as="offset" />
          </mxGeometry>
        </mxCell>
        <mxCell id="nlYxO6ynGPBAqDfEtOoi-10" parent="1" style="rhombus;whiteSpace=wrap;html=1;fillColor=#dae8fc;gradientColor=#7ea6e0;strokeColor=#6c8ebf;" value="LSS PIN是否使用？（efuse）" vertex="1">
          <mxGeometry height="55" width="100" x="435" y="230" as="geometry" />
        </mxCell>
      </root>
    </mxGraphModel>
  </diagram>
  <diagram id="ql6nhWf0VNW54Wtxsakh" name="第 3 页">
    <mxGraphModel dx="902" dy="467" grid="1" gridSize="10" guides="1" tooltips="1" connect="1" arrows="1" fold="1" page="1" pageScale="1" pageWidth="827" pageHeight="1169" math="0" shadow="0">
      <root>
        <mxCell id="0" />
        <mxCell id="1" parent="0" />
        <mxCell id="Snxa9bD47oOBx4wNCC72-1" edge="1" parent="1" source="Snxa9bD47oOBx4wNCC72-2" style="edgeStyle=orthogonalEdgeStyle;rounded=0;orthogonalLoop=1;jettySize=auto;html=1;exitX=0.5;exitY=1;exitDx=0;exitDy=0;entryX=0.5;entryY=0;entryDx=0;entryDy=0;" target="Snxa9bD47oOBx4wNCC72-6">
          <mxGeometry relative="1" as="geometry" />
        </mxCell>
        <mxCell id="Snxa9bD47oOBx4wNCC72-2" parent="1" style="rounded=1;whiteSpace=wrap;html=1;" value="复位" vertex="1">
          <mxGeometry height="40" width="90" x="190" y="110" as="geometry" />
        </mxCell>
        <mxCell id="Snxa9bD47oOBx4wNCC72-3" edge="1" parent="1" source="Snxa9bD47oOBx4wNCC72-4" style="edgeStyle=orthogonalEdgeStyle;rounded=0;orthogonalLoop=1;jettySize=auto;html=1;exitX=0.5;exitY=1;exitDx=0;exitDy=0;entryX=0.5;entryY=0;entryDx=0;entryDy=0;" target="Snxa9bD47oOBx4wNCC72-23">
          <mxGeometry relative="1" as="geometry">
            <mxPoint x="235" y="307" as="targetPoint" />
          </mxGeometry>
        </mxCell>
        <mxCell id="Snxa9bD47oOBx4wNCC72-4" parent="1" style="rounded=1;whiteSpace=wrap;html=1;fillColor=#d80073;fontColor=#ffffff;strokeColor=#A50040;" value="配置高速建链" vertex="1">
          <mxGeometry height="40" width="90" x="190" y="240" as="geometry" />
        </mxCell>
        <mxCell id="Snxa9bD47oOBx4wNCC72-5" edge="1" parent="1" source="Snxa9bD47oOBx4wNCC72-6" style="edgeStyle=orthogonalEdgeStyle;rounded=0;orthogonalLoop=1;jettySize=auto;html=1;exitX=0.5;exitY=1;exitDx=0;exitDy=0;entryX=0.5;entryY=0;entryDx=0;entryDy=0;" target="Snxa9bD47oOBx4wNCC72-4">
          <mxGeometry relative="1" as="geometry">
            <mxPoint x="235" y="234" as="targetPoint" />
          </mxGeometry>
        </mxCell>
        <mxCell id="Snxa9bD47oOBx4wNCC72-6" parent="1" style="rounded=1;whiteSpace=wrap;html=1;fillColor=#ffe6cc;strokeColor=#d79b00;" value="配置LSS PIN高速 （efuse）" vertex="1">
          <mxGeometry height="40" width="90" x="190" y="174" as="geometry" />
        </mxCell>
        <mxCell id="Snxa9bD47oOBx4wNCC72-13" parent="1" style="rounded=1;whiteSpace=wrap;html=1;align=left;fillColor=#f5f5f5;gradientColor=#b3b3b3;strokeColor=#666666;" value="启动模式 110： &lt;span style=&quot;color: light-dark(rgb(0, 0, 0), rgb(255, 255, 255)); background-color: transparent;&quot;&gt;[ufs高速启动]&lt;/span&gt;&lt;span style=&quot;color: light-dark(rgb(0, 0, 0), rgb(255, 255, 255)); background-color: transparent;&quot;&gt; &lt;/span&gt;&lt;span style=&quot;color: light-dark(rgb(0, 0, 0), rgb(255, 255, 255)); background-color: transparent;&quot;&gt;→ &lt;/span&gt;&lt;span style=&quot;color: light-dark(rgb(0, 0, 0), rgb(255, 255, 255)); background-color: transparent;&quot;&gt;[usb]&lt;/span&gt;" vertex="1">
          <mxGeometry height="40" width="275" x="185" y="30" as="geometry" />
        </mxCell>
        <mxCell id="Snxa9bD47oOBx4wNCC72-14" edge="1" parent="1" source="Snxa9bD47oOBx4wNCC72-15" style="edgeStyle=orthogonalEdgeStyle;rounded=0;orthogonalLoop=1;jettySize=auto;html=1;exitX=0.5;exitY=1;exitDx=0;exitDy=0;entryX=0.5;entryY=0;entryDx=0;entryDy=0;" target="Snxa9bD47oOBx4wNCC72-17">
          <mxGeometry relative="1" as="geometry" />
        </mxCell>
        <mxCell id="Snxa9bD47oOBx4wNCC72-15" parent="1" style="rounded=1;whiteSpace=wrap;html=1;" value="复位" vertex="1">
          <mxGeometry height="40" width="90" x="340" y="110" as="geometry" />
        </mxCell>
        <mxCell id="Snxa9bD47oOBx4wNCC72-16" edge="1" parent="1" source="Snxa9bD47oOBx4wNCC72-17" style="edgeStyle=orthogonalEdgeStyle;rounded=0;orthogonalLoop=1;jettySize=auto;html=1;exitX=0.5;exitY=1;exitDx=0;exitDy=0;entryX=0.5;entryY=0;entryDx=0;entryDy=0;" target="Snxa9bD47oOBx4wNCC72-19">
          <mxGeometry relative="1" as="geometry" />
        </mxCell>
        <mxCell id="Snxa9bD47oOBx4wNCC72-17" parent="1" style="rounded=1;whiteSpace=wrap;html=1;fillColor=#ffe6cc;strokeColor=#d79b00;" value="配置LSS PIN 低速 (efuse)" vertex="1">
          <mxGeometry height="40" width="90" x="340" y="174" as="geometry" />
        </mxCell>
        <mxCell id="Snxa9bD47oOBx4wNCC72-18" edge="1" parent="1" source="Snxa9bD47oOBx4wNCC72-19" style="edgeStyle=orthogonalEdgeStyle;rounded=0;orthogonalLoop=1;jettySize=auto;html=1;exitX=0.5;exitY=1;exitDx=0;exitDy=0;entryX=0.5;entryY=0;entryDx=0;entryDy=0;" target="Snxa9bD47oOBx4wNCC72-34">
          <mxGeometry relative="1" as="geometry" />
        </mxCell>
        <mxCell id="Snxa9bD47oOBx4wNCC72-19" parent="1" style="rounded=1;whiteSpace=wrap;html=1;fillColor=#1ba1e2;fontColor=#ffffff;strokeColor=#006EAF;" value="配置低速建链" vertex="1">
          <mxGeometry height="40" width="90" x="340" y="240" as="geometry" />
        </mxCell>
        <mxCell id="Snxa9bD47oOBx4wNCC72-20" edge="1" parent="1" source="Snxa9bD47oOBx4wNCC72-23" style="edgeStyle=orthogonalEdgeStyle;rounded=0;orthogonalLoop=1;jettySize=auto;html=1;exitX=0.5;exitY=1;exitDx=0;exitDy=0;entryX=0.5;entryY=0;entryDx=0;entryDy=0;" target="Snxa9bD47oOBx4wNCC72-25">
          <mxGeometry relative="1" as="geometry" />
        </mxCell>
        <mxCell id="Snxa9bD47oOBx4wNCC72-21" connectable="0" parent="Snxa9bD47oOBx4wNCC72-20" style="edgeLabel;html=1;align=center;verticalAlign=middle;resizable=0;points=[];" value="是" vertex="1">
          <mxGeometry relative="1" x="-0.3338" as="geometry">
            <mxPoint as="offset" />
          </mxGeometry>
        </mxCell>
        <mxCell id="Snxa9bD47oOBx4wNCC72-22" edge="1" parent="1" source="Snxa9bD47oOBx4wNCC72-23" style="edgeStyle=orthogonalEdgeStyle;rounded=0;orthogonalLoop=1;jettySize=auto;html=1;exitX=1;exitY=0.5;exitDx=0;exitDy=0;entryX=0;entryY=0.5;entryDx=0;entryDy=0;" target="Snxa9bD47oOBx4wNCC72-15">
          <mxGeometry relative="1" as="geometry" />
        </mxCell>
        <mxCell id="Snxa9bD47oOBx4wNCC72-23" parent="1" style="rhombus;whiteSpace=wrap;html=1;" value="建链成功？" vertex="1">
          <mxGeometry height="55" width="100" x="185" y="310" as="geometry" />
        </mxCell>
        <mxCell id="Snxa9bD47oOBx4wNCC72-24" edge="1" parent="1" source="Snxa9bD47oOBx4wNCC72-25" style="edgeStyle=orthogonalEdgeStyle;rounded=0;orthogonalLoop=1;jettySize=auto;html=1;exitX=0.5;exitY=1;exitDx=0;exitDy=0;entryX=0.5;entryY=0;entryDx=0;entryDy=0;" target="Snxa9bD47oOBx4wNCC72-27">
          <mxGeometry relative="1" as="geometry" />
        </mxCell>
        <mxCell id="Snxa9bD47oOBx4wNCC72-25" parent="1" style="rounded=1;whiteSpace=wrap;html=1;" value="读数据" vertex="1">
          <mxGeometry height="40" width="90" x="190" y="540" as="geometry" />
        </mxCell>
        <mxCell id="Snxa9bD47oOBx4wNCC72-26" edge="1" parent="1" source="Snxa9bD47oOBx4wNCC72-27" style="edgeStyle=orthogonalEdgeStyle;rounded=0;orthogonalLoop=1;jettySize=auto;html=1;exitX=0.5;exitY=1;exitDx=0;exitDy=0;entryX=0.5;entryY=0;entryDx=0;entryDy=0;" target="Snxa9bD47oOBx4wNCC72-30">
          <mxGeometry relative="1" as="geometry" />
        </mxCell>
        <mxCell id="Qj_6jyX3p3bSbpmFPhCt-1" connectable="0" parent="Snxa9bD47oOBx4wNCC72-26" style="edgeLabel;html=1;align=center;verticalAlign=middle;resizable=0;points=[];" value="否" vertex="1">
          <mxGeometry relative="1" x="-0.4236" y="-2" as="geometry">
            <mxPoint as="offset" />
          </mxGeometry>
        </mxCell>
        <mxCell id="Qj_6jyX3p3bSbpmFPhCt-3" edge="1" parent="1" source="Snxa9bD47oOBx4wNCC72-27" style="edgeStyle=orthogonalEdgeStyle;rounded=0;orthogonalLoop=1;jettySize=auto;html=1;exitX=1;exitY=0.5;exitDx=0;exitDy=0;" target="Qj_6jyX3p3bSbpmFPhCt-2">
          <mxGeometry relative="1" as="geometry" />
        </mxCell>
        <mxCell id="Snxa9bD47oOBx4wNCC72-27" parent="1" style="rhombus;whiteSpace=wrap;html=1;" value="数据校验OK ？" vertex="1">
          <mxGeometry height="55" width="100" x="185" y="610" as="geometry" />
        </mxCell>
        <mxCell id="Snxa9bD47oOBx4wNCC72-28" edge="1" parent="1" source="Snxa9bD47oOBx4wNCC72-47" style="edgeStyle=orthogonalEdgeStyle;rounded=0;orthogonalLoop=1;jettySize=auto;html=1;exitX=0.5;exitY=1;exitDx=0;exitDy=0;entryX=0;entryY=0.5;entryDx=0;entryDy=0;" target="Snxa9bD47oOBx4wNCC72-25">
          <mxGeometry relative="1" as="geometry">
            <Array as="points">
              <mxPoint x="235" y="850" />
              <mxPoint x="140" y="850" />
              <mxPoint x="140" y="560" />
            </Array>
          </mxGeometry>
        </mxCell>
        <mxCell id="Snxa9bD47oOBx4wNCC72-29" edge="1" parent="1" source="Snxa9bD47oOBx4wNCC72-30" style="edgeStyle=orthogonalEdgeStyle;rounded=0;orthogonalLoop=1;jettySize=auto;html=1;exitX=0.5;exitY=1;exitDx=0;exitDy=0;entryX=0.5;entryY=0;entryDx=0;entryDy=0;" target="Snxa9bD47oOBx4wNCC72-47">
          <mxGeometry relative="1" as="geometry" />
        </mxCell>
        <mxCell id="Snxa9bD47oOBx4wNCC72-30" parent="1" style="rounded=1;whiteSpace=wrap;html=1;fillColor=#e51400;fontColor=#ffffff;strokeColor=#B20000;" value="切分区" vertex="1">
          <mxGeometry height="40" width="90" x="190" y="700" as="geometry" />
        </mxCell>
        <mxCell id="Snxa9bD47oOBx4wNCC72-31" edge="1" parent="1" source="kbyZZD2k67tRUDCe1sfv-1" style="edgeStyle=orthogonalEdgeStyle;rounded=0;orthogonalLoop=1;jettySize=auto;html=1;exitX=0.5;exitY=1;exitDx=0;exitDy=0;" target="kbyZZD2k67tRUDCe1sfv-4">
          <mxGeometry relative="1" as="geometry" />
        </mxCell>
        <mxCell id="Snxa9bD47oOBx4wNCC72-33" edge="1" parent="1" source="Snxa9bD47oOBx4wNCC72-34" style="edgeStyle=orthogonalEdgeStyle;rounded=0;orthogonalLoop=1;jettySize=auto;html=1;exitX=1;exitY=0.5;exitDx=0;exitDy=0;entryX=0;entryY=0.5;entryDx=0;entryDy=0;" target="Snxa9bD47oOBx4wNCC72-45">
          <mxGeometry relative="1" as="geometry">
            <Array as="points">
              <mxPoint x="450" y="335" />
              <mxPoint x="450" y="100" />
              <mxPoint x="630" y="100" />
              <mxPoint x="630" y="130" />
            </Array>
          </mxGeometry>
        </mxCell>
        <mxCell id="Snxa9bD47oOBx4wNCC72-34" parent="1" style="rhombus;whiteSpace=wrap;html=1;" value="建链成功？" vertex="1">
          <mxGeometry height="55" width="100" x="335" y="307" as="geometry" />
        </mxCell>
        <mxCell id="Snxa9bD47oOBx4wNCC72-35" edge="1" parent="1" source="Snxa9bD47oOBx4wNCC72-36" style="edgeStyle=orthogonalEdgeStyle;rounded=0;orthogonalLoop=1;jettySize=auto;html=1;exitX=0.5;exitY=1;exitDx=0;exitDy=0;entryX=0.5;entryY=0;entryDx=0;entryDy=0;" target="Snxa9bD47oOBx4wNCC72-38">
          <mxGeometry relative="1" as="geometry" />
        </mxCell>
        <mxCell id="Snxa9bD47oOBx4wNCC72-36" parent="1" style="rounded=1;whiteSpace=wrap;html=1;" value="复位" vertex="1">
          <mxGeometry height="40" width="90" x="490" y="110" as="geometry" />
        </mxCell>
        <mxCell id="Snxa9bD47oOBx4wNCC72-37" edge="1" parent="1" source="Snxa9bD47oOBx4wNCC72-38" style="edgeStyle=orthogonalEdgeStyle;rounded=0;orthogonalLoop=1;jettySize=auto;html=1;exitX=0.5;exitY=1;exitDx=0;exitDy=0;entryX=0.5;entryY=0;entryDx=0;entryDy=0;" target="Snxa9bD47oOBx4wNCC72-40">
          <mxGeometry relative="1" as="geometry" />
        </mxCell>
        <mxCell id="Snxa9bD47oOBx4wNCC72-38" parent="1" style="rounded=1;whiteSpace=wrap;html=1;fillColor=#ffe6cc;strokeColor=#d79b00;" value="配置LSS PIN 低速 (efuse)" vertex="1">
          <mxGeometry height="40" width="90" x="490" y="174" as="geometry" />
        </mxCell>
        <mxCell id="Snxa9bD47oOBx4wNCC72-39" edge="1" parent="1" source="Snxa9bD47oOBx4wNCC72-40" style="edgeStyle=orthogonalEdgeStyle;rounded=0;orthogonalLoop=1;jettySize=auto;html=1;exitX=0.5;exitY=1;exitDx=0;exitDy=0;entryX=0.5;entryY=0;entryDx=0;entryDy=0;" target="Snxa9bD47oOBx4wNCC72-44">
          <mxGeometry relative="1" as="geometry" />
        </mxCell>
        <mxCell id="Snxa9bD47oOBx4wNCC72-40" parent="1" style="rounded=1;whiteSpace=wrap;html=1;fillColor=#1ba1e2;fontColor=#ffffff;strokeColor=#006EAF;" value="配置低速建链" vertex="1">
          <mxGeometry height="40" width="90" x="490" y="240" as="geometry" />
        </mxCell>
        <mxCell id="Snxa9bD47oOBx4wNCC72-41" edge="1" parent="1" source="Snxa9bD47oOBx4wNCC72-44" style="edgeStyle=orthogonalEdgeStyle;rounded=0;orthogonalLoop=1;jettySize=auto;html=1;exitX=0.5;exitY=1;exitDx=0;exitDy=0;">
          <mxGeometry relative="1" as="geometry">
            <Array as="points">
              <mxPoint x="535" y="560" />
              <mxPoint x="280" y="560" />
            </Array>
            <mxPoint x="280" y="560" as="targetPoint" />
          </mxGeometry>
        </mxCell>
        <mxCell id="Snxa9bD47oOBx4wNCC72-42" connectable="0" parent="Snxa9bD47oOBx4wNCC72-41" style="edgeLabel;html=1;align=center;verticalAlign=middle;resizable=0;points=[];" value="是" vertex="1">
          <mxGeometry relative="1" x="-0.7697" as="geometry">
            <mxPoint as="offset" />
          </mxGeometry>
        </mxCell>
        <mxCell id="Snxa9bD47oOBx4wNCC72-43" edge="1" parent="1" source="Snxa9bD47oOBx4wNCC72-44" style="edgeStyle=orthogonalEdgeStyle;rounded=0;orthogonalLoop=1;jettySize=auto;html=1;exitX=1;exitY=0.5;exitDx=0;exitDy=0;">
          <mxGeometry relative="1" as="geometry">
            <mxPoint x="630" y="170" as="targetPoint" />
          </mxGeometry>
        </mxCell>
        <mxCell id="Snxa9bD47oOBx4wNCC72-44" parent="1" style="rhombus;whiteSpace=wrap;html=1;" value="建链成功？" vertex="1">
          <mxGeometry height="55" width="100" x="485" y="307" as="geometry" />
        </mxCell>
        <mxCell id="Snxa9bD47oOBx4wNCC72-45" parent="1" style="rounded=1;whiteSpace=wrap;html=1;fillColor=#d5e8d4;strokeColor=#82b366;" value="USB启动" vertex="1">
          <mxGeometry height="40" width="90" x="650" y="110" as="geometry" />
        </mxCell>
        <mxCell id="Snxa9bD47oOBx4wNCC72-46" edge="1" parent="1" source="Snxa9bD47oOBx4wNCC72-47" style="edgeStyle=orthogonalEdgeStyle;rounded=0;orthogonalLoop=1;jettySize=auto;html=1;exitX=1;exitY=0.5;exitDx=0;exitDy=0;entryX=0;entryY=0.5;entryDx=0;entryDy=0;" target="Snxa9bD47oOBx4wNCC72-45">
          <mxGeometry relative="1" as="geometry">
            <Array as="points">
              <mxPoint x="630" y="795" />
              <mxPoint x="630" y="130" />
            </Array>
          </mxGeometry>
        </mxCell>
        <mxCell id="Snxa9bD47oOBx4wNCC72-47" parent="1" style="rhombus;whiteSpace=wrap;html=1;" value="两个分区都失败？" vertex="1">
          <mxGeometry height="55" width="100" x="185" y="767" as="geometry" />
        </mxCell>
        <mxCell id="kbyZZD2k67tRUDCe1sfv-2" edge="1" parent="1" source="Snxa9bD47oOBx4wNCC72-34" style="edgeStyle=orthogonalEdgeStyle;rounded=0;orthogonalLoop=1;jettySize=auto;html=1;exitX=0.5;exitY=1;exitDx=0;exitDy=0;entryX=0.5;entryY=0;entryDx=0;entryDy=0;" target="kbyZZD2k67tRUDCe1sfv-1" value="">
          <mxGeometry relative="1" as="geometry">
            <mxPoint x="385" y="362" as="sourcePoint" />
            <mxPoint x="280" y="560" as="targetPoint" />
          </mxGeometry>
        </mxCell>
        <mxCell id="kbyZZD2k67tRUDCe1sfv-3" connectable="0" parent="kbyZZD2k67tRUDCe1sfv-2" style="edgeLabel;html=1;align=center;verticalAlign=middle;resizable=0;points=[];" value="是" vertex="1">
          <mxGeometry relative="1" x="-0.5934" y="-1" as="geometry">
            <mxPoint as="offset" />
          </mxGeometry>
        </mxCell>
        <mxCell id="kbyZZD2k67tRUDCe1sfv-1" parent="1" style="rounded=1;whiteSpace=wrap;html=1;fillColor=#f8cecc;strokeColor=#b85450;" value="发命令切高速 HS-G1" vertex="1">
          <mxGeometry height="40" width="90" x="340" y="390" as="geometry" />
        </mxCell>
        <mxCell id="kbyZZD2k67tRUDCe1sfv-6" edge="1" parent="1" source="kbyZZD2k67tRUDCe1sfv-4" style="edgeStyle=orthogonalEdgeStyle;rounded=0;orthogonalLoop=1;jettySize=auto;html=1;exitX=0.5;exitY=1;exitDx=0;exitDy=0;">
          <mxGeometry relative="1" as="geometry">
            <Array as="points">
              <mxPoint x="385" y="560" />
              <mxPoint x="280" y="560" />
            </Array>
            <mxPoint x="280" y="560" as="targetPoint" />
          </mxGeometry>
        </mxCell>
        <mxCell id="kbyZZD2k67tRUDCe1sfv-8" edge="1" parent="1" source="kbyZZD2k67tRUDCe1sfv-4" style="edgeStyle=orthogonalEdgeStyle;rounded=0;orthogonalLoop=1;jettySize=auto;html=1;exitX=1;exitY=0.5;exitDx=0;exitDy=0;entryX=0;entryY=0.5;entryDx=0;entryDy=0;" target="Snxa9bD47oOBx4wNCC72-36">
          <mxGeometry relative="1" as="geometry" />
        </mxCell>
        <mxCell id="kbyZZD2k67tRUDCe1sfv-4" parent="1" style="rhombus;whiteSpace=wrap;html=1;" value="切速率成功？" vertex="1">
          <mxGeometry height="55" width="100" x="335" y="460" as="geometry" />
        </mxCell>
        <mxCell id="Qj_6jyX3p3bSbpmFPhCt-2" parent="1" style="ellipse;whiteSpace=wrap;html=1;fillColor=#d5e8d4;gradientColor=#97d077;strokeColor=#82b366;" value="启动成功" vertex="1">
          <mxGeometry height="40" width="90" x="335" y="617.5" as="geometry" />
        </mxCell>
      </root>
    </mxGraphModel>
  </diagram>
  <diagram id="lCvtZ__jX87erlVo9mpF" name="第 2 页">
    <mxGraphModel dx="1082" dy="561" grid="1" gridSize="10" guides="1" tooltips="1" connect="1" arrows="1" fold="1" page="1" pageScale="1" pageWidth="827" pageHeight="1169" math="0" shadow="0">
      <root>
        <mxCell id="0" />
        <mxCell id="1" parent="0" />
        <mxCell id="WnOlcH9fiUK7AfTd9S8V-1" parent="1" style="text;html=1;whiteSpace=wrap;strokeColor=none;fillColor=none;align=left;verticalAlign=middle;rounded=0;fontSize=14;" value="&lt;div&gt;&lt;div&gt;- 启动模式 101： [ufs低速启动] &lt;span style=&quot;background-color: transparent; color: light-dark(rgb(0, 0, 0), rgb(255, 255, 255));&quot;&gt;→ &lt;/span&gt;&lt;span style=&quot;background-color: transparent; color: light-dark(rgb(0, 0, 0), rgb(255, 255, 255));&quot;&gt;[usb]&lt;/span&gt;&lt;/div&gt;&lt;div&gt;- 启动模式 110： &lt;span style=&quot;background-color: transparent; color: light-dark(rgb(0, 0, 0), rgb(255, 255, 255));&quot;&gt;[ufs高速启动]&lt;/span&gt;&lt;span style=&quot;background-color: transparent; color: light-dark(rgb(0, 0, 0), rgb(255, 255, 255));&quot;&gt; &lt;/span&gt;&lt;span style=&quot;background-color: transparent; color: light-dark(rgb(0, 0, 0), rgb(255, 255, 255));&quot;&gt;→ &lt;/span&gt;&lt;span style=&quot;background-color: transparent; color: light-dark(rgb(0, 0, 0), rgb(255, 255, 255));&quot;&gt;[usb]&lt;/span&gt;&lt;/div&gt;&lt;/div&gt;异常情况汇总：" vertex="1">
          <mxGeometry height="50" width="360" x="40" y="250" as="geometry" />
        </mxCell>
        <mxCell id="WnOlcH9fiUK7AfTd9S8V-2" parent="1" style="shape=table;startSize=0;container=1;collapsible=0;childLayout=tableLayout;fontSize=14;align=left;" value="" vertex="1">
          <mxGeometry height="240" width="730" x="40" y="320" as="geometry" />
        </mxCell>
        <mxCell id="-yYV-AWoShLVFezPO-Gk-6" parent="WnOlcH9fiUK7AfTd9S8V-2" style="shape=tableRow;horizontal=0;startSize=0;swimlaneHead=0;swimlaneBody=0;strokeColor=inherit;top=0;left=0;bottom=0;right=0;collapsible=0;dropTarget=0;fillColor=none;points=[[0,0.5],[1,0.5]];portConstraint=eastwest;fontSize=14;align=left;" value="" vertex="1">
          <mxGeometry height="40" width="730" as="geometry" />
        </mxCell>
        <mxCell id="-yYV-AWoShLVFezPO-Gk-7" parent="-yYV-AWoShLVFezPO-Gk-6" style="shape=partialRectangle;html=1;whiteSpace=wrap;connectable=0;strokeColor=inherit;overflow=hidden;fillColor=none;top=0;left=0;bottom=0;right=0;pointerEvents=1;fontSize=14;align=left;" value="case" vertex="1">
          <mxGeometry height="40" width="32" as="geometry">
            <mxRectangle height="40" width="32" as="alternateBounds" />
          </mxGeometry>
        </mxCell>
        <mxCell id="-yYV-AWoShLVFezPO-Gk-8" parent="-yYV-AWoShLVFezPO-Gk-6" style="shape=partialRectangle;html=1;whiteSpace=wrap;connectable=0;strokeColor=inherit;overflow=hidden;fillColor=none;top=0;left=0;bottom=0;right=0;pointerEvents=1;fontSize=14;align=left;" value="启动情况" vertex="1">
          <mxGeometry height="40" width="288" x="32" as="geometry">
            <mxRectangle height="40" width="288" as="alternateBounds" />
          </mxGeometry>
        </mxCell>
        <mxCell id="-yYV-AWoShLVFezPO-Gk-9" parent="-yYV-AWoShLVFezPO-Gk-6" style="shape=partialRectangle;html=1;whiteSpace=wrap;connectable=0;strokeColor=inherit;overflow=hidden;fillColor=none;top=0;left=0;bottom=0;right=0;pointerEvents=1;fontSize=14;align=left;" value="建链结果" vertex="1">
          <mxGeometry height="40" width="410" x="320" as="geometry">
            <mxRectangle height="40" width="410" as="alternateBounds" />
          </mxGeometry>
        </mxCell>
        <mxCell id="-yYV-AWoShLVFezPO-Gk-2" parent="WnOlcH9fiUK7AfTd9S8V-2" style="shape=tableRow;horizontal=0;startSize=0;swimlaneHead=0;swimlaneBody=0;strokeColor=inherit;top=0;left=0;bottom=0;right=0;collapsible=0;dropTarget=0;fillColor=none;points=[[0,0.5],[1,0.5]];portConstraint=eastwest;fontSize=14;align=left;" value="" vertex="1">
          <mxGeometry height="40" width="730" y="40" as="geometry" />
        </mxCell>
        <mxCell id="-yYV-AWoShLVFezPO-Gk-3" parent="-yYV-AWoShLVFezPO-Gk-2" style="shape=partialRectangle;html=1;whiteSpace=wrap;connectable=0;strokeColor=inherit;overflow=hidden;fillColor=none;top=0;left=0;bottom=0;right=0;pointerEvents=1;fontSize=14;align=left;" value="1" vertex="1">
          <mxGeometry height="40" width="32" as="geometry">
            <mxRectangle height="40" width="32" as="alternateBounds" />
          </mxGeometry>
        </mxCell>
        <mxCell id="-yYV-AWoShLVFezPO-Gk-4" parent="-yYV-AWoShLVFezPO-Gk-2" style="shape=partialRectangle;html=1;whiteSpace=wrap;connectable=0;strokeColor=inherit;overflow=hidden;fillColor=none;top=0;left=0;bottom=0;right=0;pointerEvents=1;fontSize=14;align=left;" value="bootrom 配置低速启动，但是颗粒硬件设置高速启动，高速成功" vertex="1">
          <mxGeometry height="40" width="288" x="32" as="geometry">
            <mxRectangle height="40" width="288" as="alternateBounds" />
          </mxGeometry>
        </mxCell>
        <mxCell id="-yYV-AWoShLVFezPO-Gk-5" parent="-yYV-AWoShLVFezPO-Gk-2" style="shape=partialRectangle;html=1;whiteSpace=wrap;connectable=0;strokeColor=inherit;overflow=hidden;fillColor=none;top=0;left=0;bottom=0;right=0;pointerEvents=1;fontSize=14;align=left;" value="bootrom先低速建链失败 --&amp;gt; &lt;font style=&quot;color: rgb(0, 0, 255);&quot;&gt;高速&lt;/font&gt;建链成功" vertex="1">
          <mxGeometry height="40" width="410" x="320" as="geometry">
            <mxRectangle height="40" width="410" as="alternateBounds" />
          </mxGeometry>
        </mxCell>
        <mxCell id="-yYV-AWoShLVFezPO-Gk-10" parent="WnOlcH9fiUK7AfTd9S8V-2" style="shape=tableRow;horizontal=0;startSize=0;swimlaneHead=0;swimlaneBody=0;strokeColor=inherit;top=0;left=0;bottom=0;right=0;collapsible=0;dropTarget=0;fillColor=none;points=[[0,0.5],[1,0.5]];portConstraint=eastwest;fontSize=14;align=left;" value="" vertex="1">
          <mxGeometry height="40" width="730" y="80" as="geometry" />
        </mxCell>
        <mxCell id="-yYV-AWoShLVFezPO-Gk-11" parent="-yYV-AWoShLVFezPO-Gk-10" style="shape=partialRectangle;html=1;whiteSpace=wrap;connectable=0;strokeColor=inherit;overflow=hidden;fillColor=none;top=0;left=0;bottom=0;right=0;pointerEvents=1;fontSize=14;align=left;" value="2" vertex="1">
          <mxGeometry height="40" width="32" as="geometry">
            <mxRectangle height="40" width="32" as="alternateBounds" />
          </mxGeometry>
        </mxCell>
        <mxCell id="-yYV-AWoShLVFezPO-Gk-12" parent="-yYV-AWoShLVFezPO-Gk-10" style="shape=partialRectangle;html=1;whiteSpace=wrap;connectable=0;strokeColor=inherit;overflow=hidden;fillColor=none;top=0;left=0;bottom=0;right=0;pointerEvents=1;fontSize=14;align=left;" value="bootrom 配置高速启动，但是颗粒硬件设置底速启动，低速切高速成功" vertex="1">
          <mxGeometry height="40" width="288" x="32" as="geometry">
            <mxRectangle height="40" width="288" as="alternateBounds" />
          </mxGeometry>
        </mxCell>
        <mxCell id="-yYV-AWoShLVFezPO-Gk-13" parent="-yYV-AWoShLVFezPO-Gk-10" style="shape=partialRectangle;html=1;whiteSpace=wrap;connectable=0;strokeColor=inherit;overflow=hidden;fillColor=none;top=0;left=0;bottom=0;right=0;pointerEvents=1;fontSize=14;align=left;" value="bootrom先高速建链失败 --&amp;gt; 低速建链成功并切&lt;font style=&quot;color: rgb(0, 0, 255);&quot;&gt;高速&lt;/font&gt;" vertex="1">
          <mxGeometry height="40" width="410" x="320" as="geometry">
            <mxRectangle height="40" width="410" as="alternateBounds" />
          </mxGeometry>
        </mxCell>
        <mxCell id="WnOlcH9fiUK7AfTd9S8V-3" parent="WnOlcH9fiUK7AfTd9S8V-2" style="shape=tableRow;horizontal=0;startSize=0;swimlaneHead=0;swimlaneBody=0;strokeColor=inherit;top=0;left=0;bottom=0;right=0;collapsible=0;dropTarget=0;fillColor=none;points=[[0,0.5],[1,0.5]];portConstraint=eastwest;fontSize=14;align=left;" value="" vertex="1">
          <mxGeometry height="40" width="730" y="120" as="geometry" />
        </mxCell>
        <mxCell id="WnOlcH9fiUK7AfTd9S8V-4" parent="WnOlcH9fiUK7AfTd9S8V-3" style="shape=partialRectangle;html=1;whiteSpace=wrap;connectable=0;strokeColor=inherit;overflow=hidden;fillColor=none;top=0;left=0;bottom=0;right=0;pointerEvents=1;fontSize=14;align=left;" value="3" vertex="1">
          <mxGeometry height="40" width="32" as="geometry">
            <mxRectangle height="40" width="32" as="alternateBounds" />
          </mxGeometry>
        </mxCell>
        <mxCell id="WnOlcH9fiUK7AfTd9S8V-5" parent="WnOlcH9fiUK7AfTd9S8V-3" style="shape=partialRectangle;html=1;whiteSpace=wrap;connectable=0;strokeColor=inherit;overflow=hidden;fillColor=none;top=0;left=0;bottom=0;right=0;pointerEvents=1;fontSize=14;align=left;" value="bootrom 配置低速启动，颗粒也是低速，切速率成功" vertex="1">
          <mxGeometry height="40" width="288" x="32" as="geometry">
            <mxRectangle height="40" width="288" as="alternateBounds" />
          </mxGeometry>
        </mxCell>
        <mxCell id="WnOlcH9fiUK7AfTd9S8V-6" parent="WnOlcH9fiUK7AfTd9S8V-3" style="shape=partialRectangle;html=1;whiteSpace=wrap;connectable=0;strokeColor=inherit;overflow=hidden;fillColor=none;top=0;left=0;bottom=0;right=0;pointerEvents=1;fontSize=14;align=left;" value="bootrom低速建链切&lt;font style=&quot;color: rgb(0, 0, 255);&quot;&gt;高速&lt;/font&gt;" vertex="1">
          <mxGeometry height="40" width="410" x="320" as="geometry">
            <mxRectangle height="40" width="410" as="alternateBounds" />
          </mxGeometry>
        </mxCell>
        <mxCell id="WnOlcH9fiUK7AfTd9S8V-7" parent="WnOlcH9fiUK7AfTd9S8V-2" style="shape=tableRow;horizontal=0;startSize=0;swimlaneHead=0;swimlaneBody=0;strokeColor=inherit;top=0;left=0;bottom=0;right=0;collapsible=0;dropTarget=0;fillColor=none;points=[[0,0.5],[1,0.5]];portConstraint=eastwest;fontSize=14;align=left;" value="" vertex="1">
          <mxGeometry height="40" width="730" y="160" as="geometry" />
        </mxCell>
        <mxCell id="WnOlcH9fiUK7AfTd9S8V-8" parent="WnOlcH9fiUK7AfTd9S8V-7" style="shape=partialRectangle;html=1;whiteSpace=wrap;connectable=0;strokeColor=inherit;overflow=hidden;fillColor=none;top=0;left=0;bottom=0;right=0;pointerEvents=1;fontSize=14;align=left;" value="4" vertex="1">
          <mxGeometry height="40" width="32" as="geometry">
            <mxRectangle height="40" width="32" as="alternateBounds" />
          </mxGeometry>
        </mxCell>
        <mxCell id="WnOlcH9fiUK7AfTd9S8V-9" parent="WnOlcH9fiUK7AfTd9S8V-7" style="shape=partialRectangle;html=1;whiteSpace=wrap;connectable=0;strokeColor=inherit;overflow=hidden;fillColor=none;top=0;left=0;bottom=0;right=0;pointerEvents=1;fontSize=14;align=left;" value="bootrom 配置高速启动，颗粒也是高速，高速成功" vertex="1">
          <mxGeometry height="40" width="288" x="32" as="geometry">
            <mxRectangle height="40" width="288" as="alternateBounds" />
          </mxGeometry>
        </mxCell>
        <mxCell id="WnOlcH9fiUK7AfTd9S8V-10" parent="WnOlcH9fiUK7AfTd9S8V-7" style="shape=partialRectangle;html=1;whiteSpace=wrap;connectable=0;strokeColor=inherit;overflow=hidden;fillColor=none;top=0;left=0;bottom=0;right=0;pointerEvents=1;fontSize=14;align=left;" value="bootrom&lt;font style=&quot;color: rgb(0, 0, 255);&quot;&gt;高速&lt;/font&gt;建链" vertex="1">
          <mxGeometry height="40" width="410" x="320" as="geometry">
            <mxRectangle height="40" width="410" as="alternateBounds" />
          </mxGeometry>
        </mxCell>
        <mxCell id="WnOlcH9fiUK7AfTd9S8V-11" parent="WnOlcH9fiUK7AfTd9S8V-2" style="shape=tableRow;horizontal=0;startSize=0;swimlaneHead=0;swimlaneBody=0;strokeColor=inherit;top=0;left=0;bottom=0;right=0;collapsible=0;dropTarget=0;fillColor=none;points=[[0,0.5],[1,0.5]];portConstraint=eastwest;fontSize=14;align=left;" value="" vertex="1">
          <mxGeometry height="40" width="730" y="200" as="geometry" />
        </mxCell>
        <mxCell id="WnOlcH9fiUK7AfTd9S8V-12" parent="WnOlcH9fiUK7AfTd9S8V-11" style="shape=partialRectangle;html=1;whiteSpace=wrap;connectable=0;strokeColor=inherit;overflow=hidden;fillColor=none;top=0;left=0;bottom=0;right=0;pointerEvents=1;fontSize=14;align=left;" value="5" vertex="1">
          <mxGeometry height="40" width="32" as="geometry">
            <mxRectangle height="40" width="32" as="alternateBounds" />
          </mxGeometry>
        </mxCell>
-         <mxCell id="WnOlcH9fiUK7AfTd9S8V-13" parent="WnOlcH9fiUK7AfTd9S8V-11" style="shape=partialRectangle;html=1;whiteSpace=wrap;connectable=0;strokeColor=inherit;overflow=hidden;fillColor=none;top=0;left=0;bottom=0;right=0;pointerEvents=1;fontSize=14;align=left;" value="bootrom 配置低速启动，颗粒也是低速，切速率失败，不切速率成功" vertex="1">
+         <mxCell id="WnOlcH9fiUK7AfTd9S8V-13" parent="WnOlcH9fiUK7AfTd9S8V-11" style="shape=partialRectangle;html=1;whiteSpace=wrap;connectable=0;strokeColor=inherit;overflow=hidden;fillColor=none;top=0;left=0;bottom=0;right=0;pointerEvents=1;fontSize=14;align=left;" value="bootrom 配置低速启动，颗粒也是低速，切速率失败，不切速率成功，&lt;font style=&quot;color: light-dark(rgb(255, 0, 0), rgb(255, 255, 255));&quot;&gt;LSS控制使能&lt;/font&gt;" vertex="1">
          <mxGeometry height="40" width="288" x="32" as="geometry">
            <mxRectangle height="40" width="288" as="alternateBounds" />
          </mxGeometry>
        </mxCell>
        <mxCell id="WnOlcH9fiUK7AfTd9S8V-14" parent="WnOlcH9fiUK7AfTd9S8V-11" style="shape=partialRectangle;html=1;whiteSpace=wrap;connectable=0;strokeColor=inherit;overflow=hidden;fillColor=none;top=0;left=0;bottom=0;right=0;pointerEvents=1;fontSize=14;align=left;" value="bootrom低速建链切高速失败 --&amp;gt; bootrom 高速建链失败 ---&amp;gt; bootrom &lt;font style=&quot;color: rgb(255, 51, 255);&quot;&gt;低速&lt;/font&gt;建链成功(不切高速)" vertex="1">
          <mxGeometry height="40" width="410" x="320" as="geometry">
            <mxRectangle height="40" width="410" as="alternateBounds" />
          </mxGeometry>
        </mxCell>
        <mxCell id="PYW4Q93ZiJ2KnNfdN5cH-39" parent="1" style="shape=tableRow;horizontal=0;startSize=0;swimlaneHead=0;swimlaneBody=0;strokeColor=inherit;top=0;left=0;bottom=0;right=0;collapsible=0;dropTarget=0;fillColor=none;points=[[0,0.5],[1,0.5]];portConstraint=eastwest;fontSize=14;align=left;" value="" vertex="1">
          <mxGeometry height="40" width="730" x="40" y="560" as="geometry" />
        </mxCell>
        <mxCell id="PYW4Q93ZiJ2KnNfdN5cH-63" parent="1" style="shape=table;startSize=0;container=1;collapsible=0;childLayout=tableLayout;fontSize=14;align=left;" value="" vertex="1">
          <mxGeometry height="260" width="730" x="40" y="560" as="geometry" />
        </mxCell>
        <mxCell id="PYW4Q93ZiJ2KnNfdN5cH-64" parent="PYW4Q93ZiJ2KnNfdN5cH-63" style="shape=tableRow;horizontal=0;startSize=0;swimlaneHead=0;swimlaneBody=0;strokeColor=inherit;top=0;left=0;bottom=0;right=0;collapsible=0;dropTarget=0;fillColor=none;points=[[0,0.5],[1,0.5]];portConstraint=eastwest;fontSize=14;align=left;" value="" vertex="1">
          <mxGeometry height="40" width="730" as="geometry" />
        </mxCell>
        <mxCell id="PYW4Q93ZiJ2KnNfdN5cH-65" parent="PYW4Q93ZiJ2KnNfdN5cH-64" style="shape=partialRectangle;html=1;whiteSpace=wrap;connectable=0;strokeColor=inherit;overflow=hidden;fillColor=none;top=0;left=0;bottom=0;right=0;pointerEvents=1;fontSize=14;align=left;" value="6" vertex="1">
          <mxGeometry height="40" width="32" as="geometry">
            <mxRectangle height="40" width="32" as="alternateBounds" />
          </mxGeometry>
        </mxCell>
        <mxCell id="PYW4Q93ZiJ2KnNfdN5cH-66" parent="PYW4Q93ZiJ2KnNfdN5cH-64" style="shape=partialRectangle;html=1;whiteSpace=wrap;connectable=0;strokeColor=inherit;overflow=hidden;fillColor=none;top=0;left=0;bottom=0;right=0;pointerEvents=1;fontSize=14;align=left;" value="bootrom 配置高速启动，颗粒是低速，低速切高速失败" vertex="1">
          <mxGeometry height="40" width="288" x="32" as="geometry">
            <mxRectangle height="40" width="288" as="alternateBounds" />
          </mxGeometry>
        </mxCell>
        <mxCell id="PYW4Q93ZiJ2KnNfdN5cH-67" parent="PYW4Q93ZiJ2KnNfdN5cH-64" style="shape=partialRectangle;html=1;whiteSpace=wrap;connectable=0;strokeColor=inherit;overflow=hidden;fillColor=none;top=0;left=0;bottom=0;right=0;pointerEvents=1;fontSize=14;align=left;" value="bootrom高速建链失败 --&amp;gt; bootrom 低速建链切高速失败 ---&amp;gt; bootrom &lt;font style=&quot;color: rgb(255, 51, 255);&quot;&gt;低速&lt;/font&gt;建链成功(不切高速)" vertex="1">
          <mxGeometry height="40" width="410" x="320" as="geometry">
            <mxRectangle height="40" width="410" as="alternateBounds" />
          </mxGeometry>
        </mxCell>
        <mxCell id="PYW4Q93ZiJ2KnNfdN5cH-68" parent="PYW4Q93ZiJ2KnNfdN5cH-63" style="shape=tableRow;horizontal=0;startSize=0;swimlaneHead=0;swimlaneBody=0;strokeColor=inherit;top=0;left=0;bottom=0;right=0;collapsible=0;dropTarget=0;fillColor=none;points=[[0,0.5],[1,0.5]];portConstraint=eastwest;fontSize=14;align=left;" value="" vertex="1">
          <mxGeometry height="60" width="730" y="40" as="geometry" />
        </mxCell>
        <mxCell id="PYW4Q93ZiJ2KnNfdN5cH-69" parent="PYW4Q93ZiJ2KnNfdN5cH-68" style="shape=partialRectangle;html=1;whiteSpace=wrap;connectable=0;strokeColor=inherit;overflow=hidden;fillColor=none;top=0;left=0;bottom=0;right=0;pointerEvents=1;fontSize=14;align=left;" value="7" vertex="1">
          <mxGeometry height="60" width="32" as="geometry">
            <mxRectangle height="60" width="32" as="alternateBounds" />
          </mxGeometry>
        </mxCell>
        <mxCell id="PYW4Q93ZiJ2KnNfdN5cH-70" parent="PYW4Q93ZiJ2KnNfdN5cH-68" style="shape=partialRectangle;html=1;whiteSpace=wrap;connectable=0;strokeColor=inherit;overflow=hidden;fillColor=none;top=0;left=0;bottom=0;right=0;pointerEvents=1;fontSize=14;align=left;" value="bootrom配置高速启动，颗粒也是高速，但是高速建链失败" vertex="1">
          <mxGeometry height="60" width="288" x="32" as="geometry">
            <mxRectangle height="60" width="288" as="alternateBounds" />
          </mxGeometry>
        </mxCell>
        <mxCell id="PYW4Q93ZiJ2KnNfdN5cH-71" parent="PYW4Q93ZiJ2KnNfdN5cH-68" style="shape=partialRectangle;html=1;whiteSpace=wrap;connectable=0;strokeColor=inherit;overflow=hidden;fillColor=none;top=0;left=0;bottom=0;right=0;pointerEvents=1;fontSize=14;align=left;" value="bootrom高速建链失败 --&amp;gt; bootrom 低速建链切高速失败 ---&amp;gt; bootrom 低速建链失败 &lt;font style=&quot;color: rgb(255, 51, 51);&quot;&gt;（需要改颗粒硬件PIN配置低速 或者使能LSS efuse 控制）&lt;/font&gt;" vertex="1">
          <mxGeometry height="60" width="410" x="320" as="geometry">
            <mxRectangle height="60" width="410" as="alternateBounds" />
          </mxGeometry>
        </mxCell>
        <mxCell id="PYW4Q93ZiJ2KnNfdN5cH-72" parent="PYW4Q93ZiJ2KnNfdN5cH-63" style="shape=tableRow;horizontal=0;startSize=0;swimlaneHead=0;swimlaneBody=0;strokeColor=inherit;top=0;left=0;bottom=0;right=0;collapsible=0;dropTarget=0;fillColor=none;points=[[0,0.5],[1,0.5]];portConstraint=eastwest;fontSize=14;align=left;" value="" vertex="1">
          <mxGeometry height="40" width="730" y="100" as="geometry" />
        </mxCell>
        <mxCell id="PYW4Q93ZiJ2KnNfdN5cH-73" parent="PYW4Q93ZiJ2KnNfdN5cH-72" style="shape=partialRectangle;html=1;whiteSpace=wrap;connectable=0;strokeColor=inherit;overflow=hidden;fillColor=none;top=0;left=0;bottom=0;right=0;pointerEvents=1;fontSize=14;align=left;" value="8" vertex="1">
          <mxGeometry height="40" width="32" as="geometry">
            <mxRectangle height="40" width="32" as="alternateBounds" />
          </mxGeometry>
        </mxCell>
        <mxCell id="PYW4Q93ZiJ2KnNfdN5cH-74" parent="PYW4Q93ZiJ2KnNfdN5cH-72" style="shape=partialRectangle;html=1;whiteSpace=wrap;connectable=0;strokeColor=inherit;overflow=hidden;fillColor=none;top=0;left=0;bottom=0;right=0;pointerEvents=1;fontSize=14;align=left;" value="bootrom 配置低速启动，颗粒也是低速，低速建链失败" vertex="1">
          <mxGeometry height="40" width="288" x="32" as="geometry">
            <mxRectangle height="40" width="288" as="alternateBounds" />
          </mxGeometry>
        </mxCell>
        <mxCell id="PYW4Q93ZiJ2KnNfdN5cH-75" parent="PYW4Q93ZiJ2KnNfdN5cH-72" style="shape=partialRectangle;html=1;whiteSpace=wrap;connectable=0;strokeColor=inherit;overflow=hidden;fillColor=none;top=0;left=0;bottom=0;right=0;pointerEvents=1;fontSize=14;align=left;" value="bootrom低速建链切高速失败 --&amp;gt; bootrom 高速建链失败 ---&amp;gt; bootrom 低速建链失败 --&amp;gt; &lt;font style=&quot;color: rgb(255, 51, 51);&quot;&gt;USB 启动 （需要查硬件问题）&lt;/font&gt;" vertex="1">
          <mxGeometry height="40" width="410" x="320" as="geometry">
            <mxRectangle height="40" width="410" as="alternateBounds" />
          </mxGeometry>
        </mxCell>
        <mxCell id="PYW4Q93ZiJ2KnNfdN5cH-76" parent="PYW4Q93ZiJ2KnNfdN5cH-63" style="shape=tableRow;horizontal=0;startSize=0;swimlaneHead=0;swimlaneBody=0;strokeColor=inherit;top=0;left=0;bottom=0;right=0;collapsible=0;dropTarget=0;fillColor=none;points=[[0,0.5],[1,0.5]];portConstraint=eastwest;fontSize=14;align=left;" value="" vertex="1">
          <mxGeometry height="40" width="730" y="140" as="geometry" />
        </mxCell>
-         <mxCell id="PYW4Q93ZiJ2KnNfdN5cH-77" parent="PYW4Q93ZiJ2KnNfdN5cH-76" style="shape=partialRectangle;html=1;whiteSpace=wrap;connectable=0;strokeColor=inherit;overflow=hidden;fillColor=none;top=0;left=0;bottom=0;right=0;pointerEvents=1;fontSize=14;align=left;" value="" vertex="1">
-           <mxGeometry height="40" width="32" as="geometry">
-             <mxRectangle height="40" width="32" as="alternateBounds" />
-           </mxGeometry>
-         </mxCell>
-         <mxCell id="PYW4Q93ZiJ2KnNfdN5cH-78" parent="PYW4Q93ZiJ2KnNfdN5cH-76" style="shape=partialRectangle;html=1;whiteSpace=wrap;connectable=0;strokeColor=inherit;overflow=hidden;fillColor=none;top=0;left=0;bottom=0;right=0;pointerEvents=1;fontSize=14;align=left;" value="" vertex="1">
-           <mxGeometry height="40" width="288" x="32" as="geometry">
-             <mxRectangle height="40" width="288" as="alternateBounds" />
-           </mxGeometry>
-         </mxCell>
-         <mxCell id="PYW4Q93ZiJ2KnNfdN5cH-79" parent="PYW4Q93ZiJ2KnNfdN5cH-76" style="shape=partialRectangle;html=1;whiteSpace=wrap;connectable=0;strokeColor=inherit;overflow=hidden;fillColor=none;top=0;left=0;bottom=0;right=0;pointerEvents=1;fontSize=14;align=left;" value="" vertex="1">
+         <mxCell id="PYW4Q93ZiJ2KnNfdN5cH-77" parent="PYW4Q93ZiJ2KnNfdN5cH-76" style="shape=partialRectangle;html=1;whiteSpace=wrap;connectable=0;strokeColor=inherit;overflow=hidden;fillColor=none;top=0;left=0;bottom=0;right=0;pointerEvents=1;fontSize=14;align=left;" value="9" vertex="1">
+           <mxGeometry height="40" width="32" as="geometry">
+             <mxRectangle height="40" width="32" as="alternateBounds" />
+           </mxGeometry>
+         </mxCell>
+         <mxCell id="PYW4Q93ZiJ2KnNfdN5cH-78" parent="PYW4Q93ZiJ2KnNfdN5cH-76" style="shape=partialRectangle;html=1;whiteSpace=wrap;connectable=0;strokeColor=inherit;overflow=hidden;fillColor=none;top=0;left=0;bottom=0;right=0;pointerEvents=1;fontSize=14;align=left;" value="bootrom 配置低速启动，颗粒也是低速，切速率失败，不切速率成功，&lt;font style=&quot;color: light-dark(rgb(255, 0, 0), rgb(255, 255, 255));&quot;&gt;LSS控制关闭&lt;/font&gt;" vertex="1">
+           <mxGeometry height="40" width="288" x="32" as="geometry">
+             <mxRectangle height="40" width="288" as="alternateBounds" />
+           </mxGeometry>
+         </mxCell>
+         <mxCell id="PYW4Q93ZiJ2KnNfdN5cH-79" parent="PYW4Q93ZiJ2KnNfdN5cH-76" style="shape=partialRectangle;html=1;whiteSpace=wrap;connectable=0;strokeColor=inherit;overflow=hidden;fillColor=none;top=0;left=0;bottom=0;right=0;pointerEvents=1;fontSize=14;align=left;" value="bootrom低速建链切高速失败 --&amp;gt;&amp;nbsp; bootrom &lt;font style=&quot;color: rgb(255, 51, 255);&quot;&gt;低速&lt;/font&gt;建链成功(不切高速)" vertex="1">
          <mxGeometry height="40" width="410" x="320" as="geometry">
            <mxRectangle height="40" width="410" as="alternateBounds" />
          </mxGeometry>
        </mxCell>
        <mxCell id="PYW4Q93ZiJ2KnNfdN5cH-80" parent="PYW4Q93ZiJ2KnNfdN5cH-63" style="shape=tableRow;horizontal=0;startSize=0;swimlaneHead=0;swimlaneBody=0;strokeColor=inherit;top=0;left=0;bottom=0;right=0;collapsible=0;dropTarget=0;fillColor=none;points=[[0,0.5],[1,0.5]];portConstraint=eastwest;fontSize=14;align=left;" value="" vertex="1">
          <mxGeometry height="40" width="730" y="180" as="geometry" />
        </mxCell>
        <mxCell id="PYW4Q93ZiJ2KnNfdN5cH-81" parent="PYW4Q93ZiJ2KnNfdN5cH-80" style="shape=partialRectangle;html=1;whiteSpace=wrap;connectable=0;strokeColor=inherit;overflow=hidden;fillColor=none;top=0;left=0;bottom=0;right=0;pointerEvents=1;fontSize=14;align=left;" value="" vertex="1">
          <mxGeometry height="40" width="32" as="geometry">
            <mxRectangle height="40" width="32" as="alternateBounds" />
          </mxGeometry>
        </mxCell>
        <mxCell id="PYW4Q93ZiJ2KnNfdN5cH-82" parent="PYW4Q93ZiJ2KnNfdN5cH-80" style="shape=partialRectangle;html=1;whiteSpace=wrap;connectable=0;strokeColor=inherit;overflow=hidden;fillColor=none;top=0;left=0;bottom=0;right=0;pointerEvents=1;fontSize=14;align=left;" value="" vertex="1">
          <mxGeometry height="40" width="288" x="32" as="geometry">
            <mxRectangle height="40" width="288" as="alternateBounds" />
          </mxGeometry>
        </mxCell>
        <mxCell id="PYW4Q93ZiJ2KnNfdN5cH-83" parent="PYW4Q93ZiJ2KnNfdN5cH-80" style="shape=partialRectangle;html=1;whiteSpace=wrap;connectable=0;strokeColor=inherit;overflow=hidden;fillColor=none;top=0;left=0;bottom=0;right=0;pointerEvents=1;fontSize=14;align=left;" value="" vertex="1">
          <mxGeometry height="40" width="410" x="320" as="geometry">
            <mxRectangle height="40" width="410" as="alternateBounds" />
          </mxGeometry>
        </mxCell>
        <mxCell id="PYW4Q93ZiJ2KnNfdN5cH-84" parent="PYW4Q93ZiJ2KnNfdN5cH-63" style="shape=tableRow;horizontal=0;startSize=0;swimlaneHead=0;swimlaneBody=0;strokeColor=inherit;top=0;left=0;bottom=0;right=0;collapsible=0;dropTarget=0;fillColor=none;points=[[0,0.5],[1,0.5]];portConstraint=eastwest;fontSize=14;align=left;" value="" vertex="1">
          <mxGeometry height="40" width="730" y="220" as="geometry" />
        </mxCell>
        <mxCell id="PYW4Q93ZiJ2KnNfdN5cH-85" parent="PYW4Q93ZiJ2KnNfdN5cH-84" style="shape=partialRectangle;html=1;whiteSpace=wrap;connectable=0;strokeColor=inherit;overflow=hidden;fillColor=none;top=0;left=0;bottom=0;right=0;pointerEvents=1;fontSize=14;align=left;" value="" vertex="1">
          <mxGeometry height="40" width="32" as="geometry">
            <mxRectangle height="40" width="32" as="alternateBounds" />
          </mxGeometry>
        </mxCell>
        <mxCell id="PYW4Q93ZiJ2KnNfdN5cH-86" parent="PYW4Q93ZiJ2KnNfdN5cH-84" style="shape=partialRectangle;html=1;whiteSpace=wrap;connectable=0;strokeColor=inherit;overflow=hidden;fillColor=none;top=0;left=0;bottom=0;right=0;pointerEvents=1;fontSize=14;align=left;" value="" vertex="1">
          <mxGeometry height="40" width="288" x="32" as="geometry">
            <mxRectangle height="40" width="288" as="alternateBounds" />
          </mxGeometry>
        </mxCell>
        <mxCell id="PYW4Q93ZiJ2KnNfdN5cH-87" parent="PYW4Q93ZiJ2KnNfdN5cH-84" style="shape=partialRectangle;html=1;whiteSpace=wrap;connectable=0;strokeColor=inherit;overflow=hidden;fillColor=none;top=0;left=0;bottom=0;right=0;pointerEvents=1;fontSize=14;align=left;" value="" vertex="1">
          <mxGeometry height="40" width="410" x="320" as="geometry">
            <mxRectangle height="40" width="410" as="alternateBounds" />
          </mxGeometry>
        </mxCell>
      </root>
    </mxGraphModel>
  </diagram>
</mxfile>
